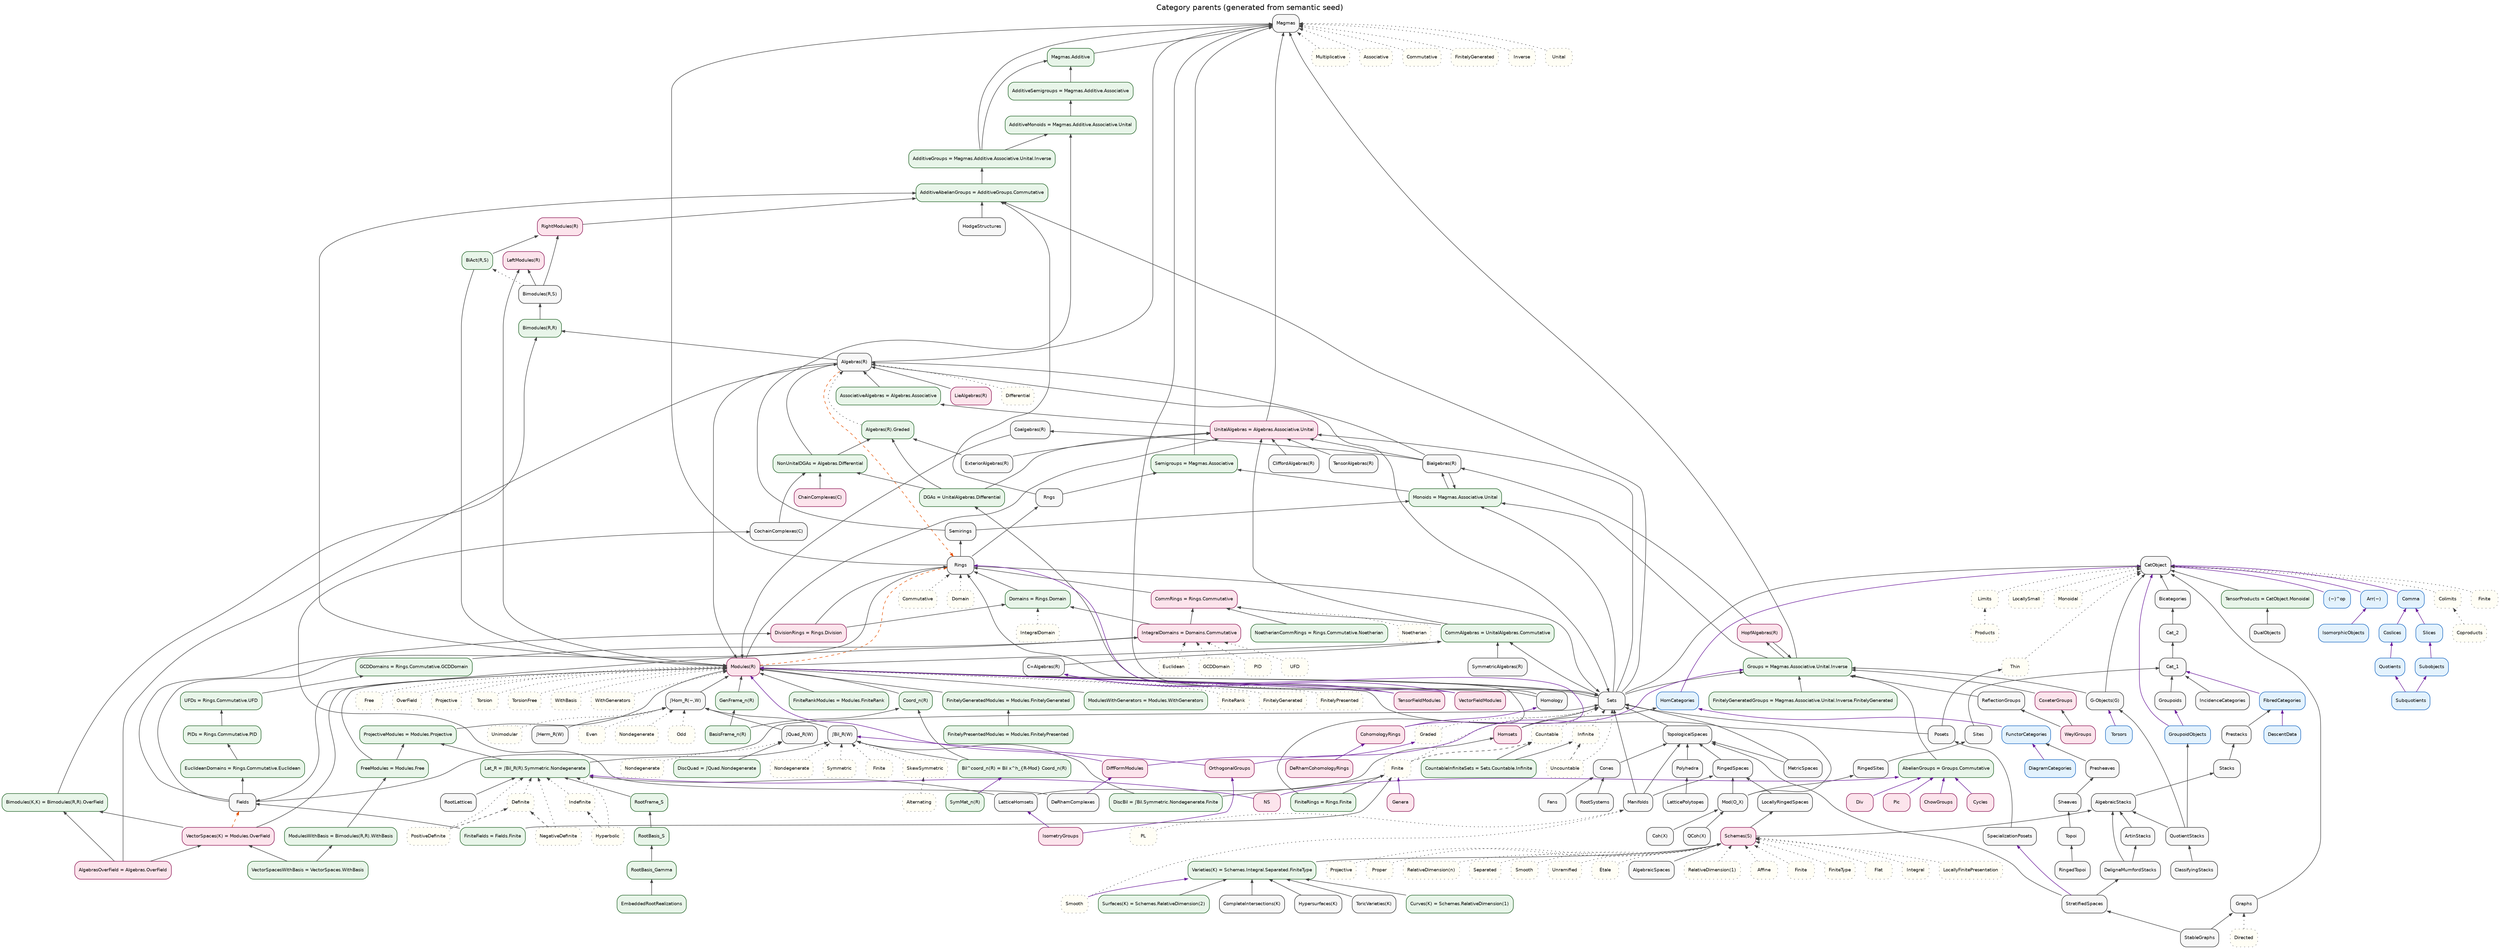
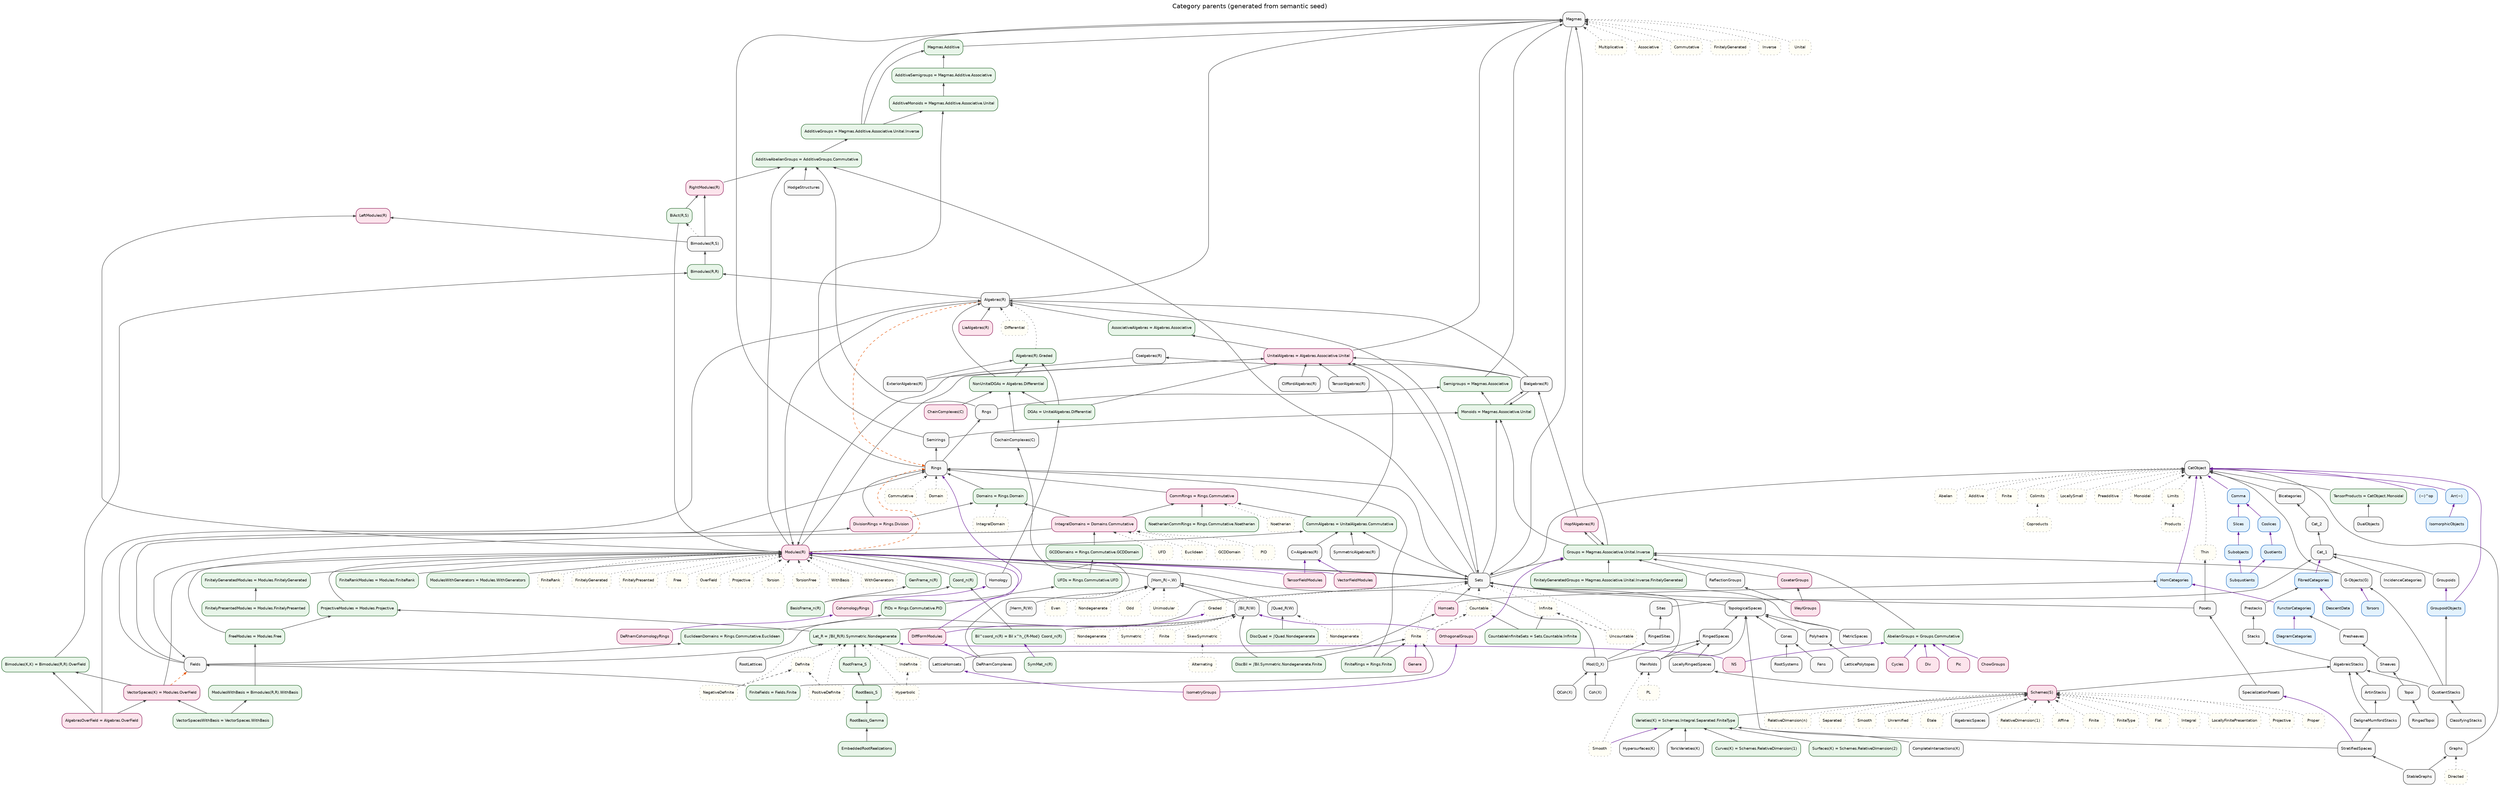
// GENERATED from semantic_seed/ — semantic presentation view.
// Authoritative: design/normalized_category_graph/semantic_seed/
// Factory/viz layout: category_parent_graph.dot (hand; see .hand.dot)

digraph CategoryParents {
  graph [
    rankdir=BT
    labelloc=t
    label="Category parents (generated from semantic seed)"
    fontsize=15
    fontname="Helvetica"
    nodesep=0.28
    ranksep=0.45
    splines=true
  ];
  node [
    shape=box
    style="rounded,filled"
    fontname="Helvetica"
    fontsize=9
    fillcolor="#f7f7f7"
    color="#333333"
  ];
  edge [color="#444444", arrowsize=0.65];

  // --- category_family ---
  AlgebraicSpaces [style="rounded,filled", fillcolor="#f7f7f7", color="#333333", id="cat.algebraicspaces", kind="category_family"];
  AlgebraicStacks [style="rounded,filled", fillcolor="#f7f7f7", color="#333333", id="cat.algebraicstacks", kind="category_family"];
  "Algebras(R)" [style="rounded,filled", fillcolor="#f7f7f7", color="#333333", id="cat.algebras_r", kind="category_family"];
  ArtinStacks [style="rounded,filled", fillcolor="#f7f7f7", color="#333333", id="cat.artinstacks", kind="category_family"];
  "Bialgebras(R)" [style="rounded,filled", fillcolor="#f7f7f7", color="#333333", id="cat.bialgebras_r", kind="category_family"];
  Bicategories [style="rounded,filled", fillcolor="#f7f7f7", color="#333333", id="cat.bicategories", kind="category_family"];
  "Bimodules(R,S)" [style="rounded,filled", fillcolor="#f7f7f7", color="#333333", id="cat.bimodules_r_s", kind="category_family"];
  CatObject [style="rounded,filled", fillcolor="#f7f7f7", color="#333333", id="cat.cat_object", kind="category_family"];
  Cat_1 [style="rounded,filled", fillcolor="#f7f7f7", color="#333333", id="cat.cat_1", kind="category_family"];
  Cat_2 [style="rounded,filled", fillcolor="#f7f7f7", color="#333333", id="cat.cat_2", kind="category_family"];
  "ChainComplexes(C)" [style="rounded,filled", fillcolor="#f7f7f7", color="#333333", id="cat.chaincomplexes", kind="category_family"];
  ClassifyingStacks [style="rounded,filled", fillcolor="#f7f7f7", color="#333333", id="cat.classifyingstacks", kind="category_family"];
  "CliffordAlgebras(R)" [style="rounded,filled", fillcolor="#f7f7f7", color="#333333", id="cat.cliffordalgebras", kind="category_family"];
  "Coalgebras(R)" [style="rounded,filled", fillcolor="#f7f7f7", color="#333333", id="cat.coalgebras_r", kind="category_family"];
  "CochainComplexes(C)" [style="rounded,filled", fillcolor="#f7f7f7", color="#333333", id="cat.cochaincomplexes", kind="category_family"];
  "Coh(X)" [style="rounded,filled", fillcolor="#f7f7f7", color="#333333", id="cat.coh", kind="category_family"];
  "CompleteIntersections(K)" [style="rounded,filled", fillcolor="#f7f7f7", color="#333333", id="cat.completeintersections", kind="category_family"];
  Cones [style="rounded,filled", fillcolor="#f7f7f7", color="#333333", id="cat.cones", kind="category_family"];
  CoxeterGroups [style="rounded,filled", fillcolor="#f7f7f7", color="#333333", id="cat.coxeter_groups", kind="category_family"];
  "C∞Algebras(R)" [style="rounded,filled", fillcolor="#f7f7f7", color="#333333", id="cat.cinftyalgebras", kind="category_family"];
  DeRhamComplexes [style="rounded,filled", fillcolor="#f7f7f7", color="#333333", id="cat.derhamcomplexes", kind="category_family"];
  DeligneMumfordStacks [style="rounded,filled", fillcolor="#f7f7f7", color="#333333", id="cat.delignemumfordstacks", kind="category_family"];
  DualObjects [style="rounded,filled", fillcolor="#f7f7f7", color="#333333", id="cat.dualobjects", kind="category_family"];
  "ExteriorAlgebras(R)" [style="rounded,filled", fillcolor="#f7f7f7", color="#333333", id="cat.exterioralgebras", kind="category_family"];
  Fans [style="rounded,filled", fillcolor="#f7f7f7", color="#333333", id="cat.fans", kind="category_family"];
  Fields [style="rounded,filled", fillcolor="#f7f7f7", color="#333333", id="cat.fields", kind="category_family"];
  "G-Objects(G)" [style="rounded,filled", fillcolor="#f7f7f7", color="#333333", id="cat.g_objects", kind="category_family"];
  Graphs [style="rounded,filled", fillcolor="#f7f7f7", color="#333333", id="cat.graphs", kind="category_family"];
  Groupoids [style="rounded,filled", fillcolor="#f7f7f7", color="#333333", id="cat.groupoids", kind="category_family"];
  HodgeStructures [style="rounded,filled", fillcolor="#f7f7f7", color="#333333", id="cat.hodgestructures", kind="category_family"];
  Homology [style="rounded,filled", fillcolor="#f7f7f7", color="#333333", id="cat.homology", kind="category_family"];
  Homsets [style="rounded,filled", fillcolor="#f7f7f7", color="#333333", id="cat.homsets", kind="category_family"];
  "HopfAlgebras(R)" [style="rounded,filled", fillcolor="#f7f7f7", color="#333333", id="cat.hopf_algebras_r", kind="category_family"];
  "Hypersurfaces(K)" [style="rounded,filled", fillcolor="#f7f7f7", color="#333333", id="cat.hypersurfaces", kind="category_family"];
  IncidenceCategories [style="rounded,filled", fillcolor="#f7f7f7", color="#333333", id="cat.incidencecategories", kind="category_family"];
  LatticeHomsets [style="rounded,filled", fillcolor="#f7f7f7", color="#333333", id="cat.latticehomsets", kind="category_family"];
  LatticePolytopes [style="rounded,filled", fillcolor="#f7f7f7", color="#333333", id="cat.latticepolytopes", kind="category_family"];
  "LieAlgebras(R)" [style="rounded,filled", fillcolor="#f7f7f7", color="#333333", id="cat.lie_algebras_r", kind="category_family"];
  LocallyRingedSpaces [style="rounded,filled", fillcolor="#f7f7f7", color="#333333", id="cat.locallyringedspaces", kind="category_family"];
  Magmas [style="rounded,filled", fillcolor="#f7f7f7", color="#333333", id="cat.magmas", kind="category_family"];
  Manifolds [style="rounded,filled", fillcolor="#f7f7f7", color="#333333", id="cat.manifolds", kind="category_family"];
  MetricSpaces [style="rounded,filled", fillcolor="#f7f7f7", color="#333333", id="cat.metricspaces", kind="category_family"];
  "Mod(O_X)" [style="rounded,filled", fillcolor="#f7f7f7", color="#333333", id="cat.mod", kind="category_family"];
  "Modules(R)" [style="rounded,filled", fillcolor="#f7f7f7", color="#333333", id="cat.modules_r", kind="category_family"];
  Polyhedra [style="rounded,filled", fillcolor="#f7f7f7", color="#333333", id="cat.polyhedra", kind="category_family"];
  Posets [style="rounded,filled", fillcolor="#f7f7f7", color="#333333", id="cat.posets", kind="category_family"];
  Presheaves [style="rounded,filled", fillcolor="#f7f7f7", color="#333333", id="cat.presheaves", kind="category_family"];
  Prestacks [style="rounded,filled", fillcolor="#f7f7f7", color="#333333", id="cat.prestacks", kind="category_family"];
  "QCoh(X)" [style="rounded,filled", fillcolor="#f7f7f7", color="#333333", id="cat.qcoh", kind="category_family"];
  QuotientStacks [style="rounded,filled", fillcolor="#f7f7f7", color="#333333", id="cat.quotientstacks", kind="category_family"];
  ReflectionGroups [style="rounded,filled", fillcolor="#f7f7f7", color="#333333", id="cat.reflectiongroups", kind="category_family"];
  RingedSites [style="rounded,filled", fillcolor="#f7f7f7", color="#333333", id="cat.ringedsites", kind="category_family"];
  RingedSpaces [style="rounded,filled", fillcolor="#f7f7f7", color="#333333", id="cat.ringedspaces", kind="category_family"];
  RingedTopoi [style="rounded,filled", fillcolor="#f7f7f7", color="#333333", id="cat.ringedtopoi", kind="category_family"];
  Rings [style="rounded,filled", fillcolor="#f7f7f7", color="#333333", id="cat.rings", kind="category_family"];
  Rngs [style="rounded,filled", fillcolor="#f7f7f7", color="#333333", id="cat.rngs", kind="category_family"];
  RootLattices [style="rounded,filled", fillcolor="#f7f7f7", color="#333333", id="cat.rootlattices", kind="category_family"];
  RootSystems [style="rounded,filled", fillcolor="#f7f7f7", color="#333333", id="cat.rootsystems", kind="category_family"];
  "Schemes(S)" [style="rounded,filled", fillcolor="#f7f7f7", color="#333333", id="cat.schemes_s", kind="category_family"];
  Semirings [style="rounded,filled", fillcolor="#f7f7f7", color="#333333", id="cat.semirings", kind="category_family"];
  Sets [style="rounded,filled", fillcolor="#f7f7f7", color="#333333", id="cat.sets", kind="category_family"];
  Sheaves [style="rounded,filled", fillcolor="#f7f7f7", color="#333333", id="cat.sheaves", kind="category_family"];
  Sites [style="rounded,filled", fillcolor="#f7f7f7", color="#333333", id="cat.sites", kind="category_family"];
  SpecializationPosets [style="rounded,filled", fillcolor="#f7f7f7", color="#333333", id="cat.specializationposets", kind="category_family"];
  StableGraphs [style="rounded,filled", fillcolor="#f7f7f7", color="#333333", id="cat.stablegraphs", kind="category_family"];
  Stacks [style="rounded,filled", fillcolor="#f7f7f7", color="#333333", id="cat.stacks", kind="category_family"];
  StratifiedSpaces [style="rounded,filled", fillcolor="#f7f7f7", color="#333333", id="cat.stratifiedspaces", kind="category_family"];
  "SymmetricAlgebras(R)" [style="rounded,filled", fillcolor="#f7f7f7", color="#333333", id="cat.symmetricalgebras", kind="category_family"];
  "TensorAlgebras(R)" [style="rounded,filled", fillcolor="#f7f7f7", color="#333333", id="cat.tensoralgebras", kind="category_family"];
  Topoi [style="rounded,filled", fillcolor="#f7f7f7", color="#333333", id="cat.topoi", kind="category_family"];
  TopologicalSpaces [style="rounded,filled", fillcolor="#f7f7f7", color="#333333", id="cat.topologicalspaces", kind="category_family"];
  "ToricVarieties(K)" [style="rounded,filled", fillcolor="#f7f7f7", color="#333333", id="cat.toricvarieties", kind="category_family"];
  WeylGroups [style="rounded,filled", fillcolor="#f7f7f7", color="#333333", id="cat.weyl_groups", kind="category_family"];
  "∫Bil_R(W)" [style="rounded,filled", fillcolor="#f7f7f7", color="#333333", id="cat.int_bil_r", kind="category_family"];
  "∫Herm_R(W)" [style="rounded,filled", fillcolor="#f7f7f7", color="#333333", id="cat.int_herm_r", kind="category_family"];
  "∫Hom_R(−,W)" [style="rounded,filled", fillcolor="#f7f7f7", color="#333333", id="cat.int_hom_r", kind="category_family"];
  "∫Quad_R(W)" [style="rounded,filled", fillcolor="#f7f7f7", color="#333333", id="cat.int_quad_r", kind="category_family"];

  // --- derived_category ---
  "AbelianGroups = Groups.Commutative" [style="rounded,filled", fillcolor="#e8f5e9", color="#1b5e20", id="cat.abelian_groups", kind="derived_category"];
  "AdditiveAbelianGroups = AdditiveGroups.Commutative" [style="rounded,filled", fillcolor="#e8f5e9", color="#1b5e20", id="cat.additive_abelian_groups", kind="derived_category"];
  "AdditiveGroups = Magmas.Additive.Associative.Unital.Inverse" [style="rounded,filled", fillcolor="#e8f5e9", color="#1b5e20", id="cat.additive_groups", kind="derived_category"];
  "AdditiveMonoids = Magmas.Additive.Associative.Unital" [style="rounded,filled", fillcolor="#e8f5e9", color="#1b5e20", id="cat.additive_monoids", kind="derived_category"];
  "AdditiveSemigroups = Magmas.Additive.Associative" [style="rounded,filled", fillcolor="#e8f5e9", color="#1b5e20", id="cat.additive_semigroups", kind="derived_category"];
  "Algebras(R).Graded" [style="rounded,filled", fillcolor="#e8f5e9", color="#1b5e20", id="cat.algebras_r.graded", kind="derived_category"];
  "AlgebrasOverField = Algebras.OverField" [style="rounded,filled", fillcolor="#e8f5e9", color="#1b5e20", id="cat.algebras_over_field", kind="derived_category"];
  "AssociativeAlgebras = Algebras.Associative" [style="rounded,filled", fillcolor="#e8f5e9", color="#1b5e20", id="cat.associativealgebras", kind="derived_category"];
  "BasisFrame_n(R)" [style="rounded,filled", fillcolor="#e8f5e9", color="#1b5e20", id="cat.basisframe_n_r", kind="derived_category"];
  "BiAct(R,S)" [style="rounded,filled", fillcolor="#e8f5e9", color="#1b5e20", id="cat.biact_r_s", kind="derived_category"];
  "Bil^coord_n(R) = Bil x^h_{R-Mod} Coord_n(R)" [style="rounded,filled", fillcolor="#e8f5e9", color="#1b5e20", id="cat.bil_coord_n_r", kind="derived_category"];
  "Bimodules(K,K) = Bimodules(R,R).OverField" [style="rounded,filled", fillcolor="#e8f5e9", color="#1b5e20", id="cat.bimodules_k_k", kind="derived_category"];
  "Bimodules(R,R)" [style="rounded,filled", fillcolor="#e8f5e9", color="#1b5e20", id="cat.bimodules_r_r", kind="derived_category"];
  "CommAlgebras = UnitalAlgebras.Commutative" [style="rounded,filled", fillcolor="#e8f5e9", color="#1b5e20", id="cat.commutative_algebras", kind="derived_category"];
  "CommRings = Rings.Commutative" [style="rounded,filled", fillcolor="#e8f5e9", color="#1b5e20", id="cat.commutative_rings", kind="derived_category"];
  "Coord_n(R)" [style="rounded,filled", fillcolor="#e8f5e9", color="#1b5e20", id="cat.coord_n_r", kind="derived_category"];
  "CountableInfiniteSets = Sets.Countable.Infinite" [style="rounded,filled", fillcolor="#e8f5e9", color="#1b5e20", id="cat.countableinfinitesets", kind="derived_category"];
  "Curves(K) = Schemes.RelativeDimension(1)" [style="rounded,filled", fillcolor="#e8f5e9", color="#1b5e20", id="cat.curves", kind="derived_category"];
  "DGAs = UnitalAlgebras.Differential" [style="rounded,filled", fillcolor="#e8f5e9", color="#1b5e20", id="cat.dgas", kind="derived_category"];
  "DiscBil = ∫Bil.Symmetric.Nondegenerate.Finite" [style="rounded,filled", fillcolor="#e8f5e9", color="#1b5e20", id="cat.discbil", kind="derived_category"];
  "DiscQuad = ∫Quad.Nondegenerate" [style="rounded,filled", fillcolor="#e8f5e9", color="#1b5e20", id="cat.discquad", kind="derived_category"];
  "DivisionRings = Rings.Division" [style="rounded,filled", fillcolor="#e8f5e9", color="#1b5e20", id="cat.division_rings", kind="derived_category"];
  "Domains = Rings.Domain" [style="rounded,filled", fillcolor="#e8f5e9", color="#1b5e20", id="cat.domains", kind="derived_category"];
  EmbeddedRootRealizations [style="rounded,filled", fillcolor="#e8f5e9", color="#1b5e20", id="cat.embeddedrootrealization", kind="derived_category"];
  "EuclideanDomains = Rings.Commutative.Euclidean" [style="rounded,filled", fillcolor="#e8f5e9", color="#1b5e20", id="cat.euclidean_domains", kind="derived_category"];
  "FiniteFields = Fields.Finite" [style="rounded,filled", fillcolor="#e8f5e9", color="#1b5e20", id="cat.finite_fields", kind="derived_category"];
  "FiniteRankModules = Modules.FiniteRank" [style="rounded,filled", fillcolor="#e8f5e9", color="#1b5e20", id="cat.finiterankmodules", kind="derived_category"];
  "FiniteRings = Rings.Finite" [style="rounded,filled", fillcolor="#e8f5e9", color="#1b5e20", id="cat.finite_rings", kind="derived_category"];
  "FinitelyGeneratedGroups = Magmas.Associative.Unital.Inverse.FinitelyGenerated" [style="rounded,filled", fillcolor="#e8f5e9", color="#1b5e20", id="cat.finitelygeneratedgroups", kind="derived_category"];
  "FinitelyGeneratedModules = Modules.FinitelyGenerated" [style="rounded,filled", fillcolor="#e8f5e9", color="#1b5e20", id="cat.finitelygeneratedmodules", kind="derived_category"];
  "FinitelyPresentedModules = Modules.FinitelyPresented" [style="rounded,filled", fillcolor="#e8f5e9", color="#1b5e20", id="cat.finitelypresentedmodules", kind="derived_category"];
  "FreeModules = Modules.Free" [style="rounded,filled", fillcolor="#e8f5e9", color="#1b5e20", id="cat.freemodules", kind="derived_category"];
  "GCDDomains = Rings.Commutative.GCDDomain" [style="rounded,filled", fillcolor="#e8f5e9", color="#1b5e20", id="cat.gcd_domains", kind="derived_category"];
  "GenFrame_n(R)" [style="rounded,filled", fillcolor="#e8f5e9", color="#1b5e20", id="cat.genframe_n_r", kind="derived_category"];
  "Groups = Magmas.Associative.Unital.Inverse" [style="rounded,filled", fillcolor="#e8f5e9", color="#1b5e20", id="cat.groups", kind="derived_category"];
  "IntegralDomains = Domains.Commutative" [style="rounded,filled", fillcolor="#e8f5e9", color="#1b5e20", id="cat.integral_domains", kind="derived_category"];
  "Lat_R = ∫Bil_R(R).Symmetric.Nondegenerate" [style="rounded,filled", fillcolor="#e8f5e9", color="#1b5e20", id="cat.lat_r", kind="derived_category"];
  "Magmas.Additive" [style="rounded,filled", fillcolor="#e8f5e9", color="#1b5e20", id="cat.additive_magmas", kind="derived_category"];
  "ModulesWithBasis = Bimodules(R,R).WithBasis" [style="rounded,filled", fillcolor="#e8f5e9", color="#1b5e20", id="cat.modules_with_basis", kind="derived_category"];
  "ModulesWithGenerators = Modules.WithGenerators" [style="rounded,filled", fillcolor="#e8f5e9", color="#1b5e20", id="cat.moduleswithgenerators", kind="derived_category"];
  "Monoids = Magmas.Associative.Unital" [style="rounded,filled", fillcolor="#e8f5e9", color="#1b5e20", id="cat.monoids", kind="derived_category"];
  "NoetherianCommRings = Rings.Commutative.Noetherian" [style="rounded,filled", fillcolor="#e8f5e9", color="#1b5e20", id="cat.noetheriancommrings", kind="derived_category"];
  "NonUnitalDGAs = Algebras.Differential" [style="rounded,filled", fillcolor="#e8f5e9", color="#1b5e20", id="cat.nonunitaldgas", kind="derived_category"];
  "PIDs = Rings.Commutative.PID" [style="rounded,filled", fillcolor="#e8f5e9", color="#1b5e20", id="cat.pids", kind="derived_category"];
  "ProjectiveModules = Modules.Projective" [style="rounded,filled", fillcolor="#e8f5e9", color="#1b5e20", id="cat.projectivemodules", kind="derived_category"];
  "RightModules(R)" [style="rounded,filled", fillcolor="#e8f5e9", color="#1b5e20", id="cat.right_modules_r", kind="derived_category"];
  RootBasis_Gamma [style="rounded,filled", fillcolor="#e8f5e9", color="#1b5e20", id="cat.rootbasis_gamma", kind="derived_category"];
  RootBasis_S [style="rounded,filled", fillcolor="#e8f5e9", color="#1b5e20", id="cat.rootbasis_s", kind="derived_category"];
  RootFrame_S [style="rounded,filled", fillcolor="#e8f5e9", color="#1b5e20", id="cat.rootframe_s", kind="derived_category"];
  "Semigroups = Magmas.Associative" [style="rounded,filled", fillcolor="#e8f5e9", color="#1b5e20", id="cat.semigroups", kind="derived_category"];
  "Surfaces(K) = Schemes.RelativeDimension(2)" [style="rounded,filled", fillcolor="#e8f5e9", color="#1b5e20", id="cat.surfaces", kind="derived_category"];
  "SymMat_n(R)" [style="rounded,filled", fillcolor="#e8f5e9", color="#1b5e20", id="cat.symmat_n_r", kind="derived_category"];
  "TensorProducts = CatObject.Monoidal" [style="rounded,filled", fillcolor="#e8f5e9", color="#1b5e20", id="cat.tensorproducts", kind="derived_category"];
  "UFDs = Rings.Commutative.UFD" [style="rounded,filled", fillcolor="#e8f5e9", color="#1b5e20", id="cat.ufds", kind="derived_category"];
  "UnitalAlgebras = Algebras.Associative.Unital" [style="rounded,filled", fillcolor="#e8f5e9", color="#1b5e20", id="cat.unital_algebras", kind="derived_category"];
  "Varieties(K) = Schemes.Integral.Separated.FiniteType" [style="rounded,filled", fillcolor="#e8f5e9", color="#1b5e20", id="cat.varieties", kind="derived_category"];
  "VectorSpaces(K) = Modules.OverField" [style="rounded,filled", fillcolor="#e8f5e9", color="#1b5e20", id="cat.vector_spaces_k", kind="derived_category"];
  "VectorSpacesWithBasis = VectorSpaces.WithBasis" [style="rounded,filled", fillcolor="#e8f5e9", color="#1b5e20", id="cat.vectorspaceswithbasis", kind="derived_category"];

  // --- category_constructor ---
  "(−)^op" [style="rounded,filled", fillcolor="#e3f2fd", color="#1565c0", id="ctor.op", kind="category_constructor"];
  "Arr(−)" [style="rounded,filled", fillcolor="#e3f2fd", color="#1565c0", id="ctor.arr", kind="category_constructor"];
  Comma [style="rounded,filled", fillcolor="#e3f2fd", color="#1565c0", id="ctor.comma", kind="category_constructor"];
  Coslices [style="rounded,filled", fillcolor="#e3f2fd", color="#1565c0", id="ctor.coslices", kind="category_constructor"];
  DescentData [style="rounded,filled", fillcolor="#e3f2fd", color="#1565c0", id="ctor.descentdata", kind="category_constructor"];
  DiagramCategories [style="rounded,filled", fillcolor="#e3f2fd", color="#1565c0", id="ctor.diagramcategories", kind="category_constructor"];
  FibredCategories [style="rounded,filled", fillcolor="#e3f2fd", color="#1565c0", id="ctor.fibredcategories", kind="category_constructor"];
  FunctorCategories [style="rounded,filled", fillcolor="#e3f2fd", color="#1565c0", id="ctor.functorcategories", kind="category_constructor"];
  GroupoidObjects [style="rounded,filled", fillcolor="#e3f2fd", color="#1565c0", id="ctor.groupoidobjects", kind="category_constructor"];
  HomCategories [style="rounded,filled", fillcolor="#e3f2fd", color="#1565c0", id="ctor.homcategories", kind="category_constructor"];
  IsomorphicObjects [style="rounded,filled", fillcolor="#e3f2fd", color="#1565c0", id="ctor.isomorphicobjects", kind="category_constructor"];
  Quotients [style="rounded,filled", fillcolor="#e3f2fd", color="#1565c0", id="ctor.quotients", kind="category_constructor"];
  Slices [style="rounded,filled", fillcolor="#e3f2fd", color="#1565c0", id="ctor.slices", kind="category_constructor"];
  Subobjects [style="rounded,filled", fillcolor="#e3f2fd", color="#1565c0", id="ctor.subobjects", kind="category_constructor"];
  Subquotients [style="rounded,filled", fillcolor="#e3f2fd", color="#1565c0", id="ctor.subquotients", kind="category_constructor"];
  Torsors [style="rounded,filled", fillcolor="#e3f2fd", color="#1565c0", id="ctor.torsors", kind="category_constructor"];

  // --- classifier_domain ---
+   "CatObject.Abelian" [style="rounded,filled,dotted", fillcolor="#fffef5", color="#888888", id="clf.catobject_abelian", kind="classifier_domain", label="Abelian"];
+   "CatObject.Additive" [style="rounded,filled,dotted", fillcolor="#fffef5", color="#888888", id="clf.catobject_additive", kind="classifier_domain", label="Additive"];
  "CatObject.Colimits" [style="rounded,filled,dotted", fillcolor="#fffef5", color="#888888", id="clf.catobject_colimits", kind="classifier_domain", label="Colimits"];
  "CatObject.Coproducts" [style="rounded,filled,dotted", fillcolor="#fffef5", color="#888888", id="clf.catobject_coproducts", kind="classifier_domain", label="Coproducts"];
  "CatObject.Finite" [style="rounded,filled,dotted", fillcolor="#fffef5", color="#888888", id="clf.catobject_finite", kind="classifier_domain", label="Finite"];
  "CatObject.Limits" [style="rounded,filled,dotted", fillcolor="#fffef5", color="#888888", id="clf.catobject_limits", kind="classifier_domain", label="Limits"];
  "CatObject.LocallySmall" [style="rounded,filled,dotted", fillcolor="#fffef5", color="#888888", id="clf.catobject_locallysmall", kind="classifier_domain", label="LocallySmall"];
+   "CatObject.Preadditive" [style="rounded,filled,dotted", fillcolor="#fffef5", color="#888888", id="clf.catobject_preadditive", kind="classifier_domain", label="Preadditive"];
  "CatObject.Products" [style="rounded,filled,dotted", fillcolor="#fffef5", color="#888888", id="clf.catobject_products", kind="classifier_domain", label="Products"];
  "CatObject.Thin" [style="rounded,filled,dotted", fillcolor="#fffef5", color="#888888", id="clf.catobject_thin", kind="classifier_domain", label="Thin"];
  "Graphs.Directed" [style="rounded,filled,dotted", fillcolor="#fffef5", color="#888888", id="clf.graphs_directed", kind="classifier_domain", label="Directed"];
  "Lat.Definite" [style="rounded,filled,dotted", fillcolor="#fffef5", color="#888888", id="clf.lat_definite", kind="classifier_domain", label="Definite"];
  "Lat.Hyperbolic" [style="rounded,filled,dotted", fillcolor="#fffef5", color="#888888", id="clf.lat_hyperbolic", kind="classifier_domain", label="Hyperbolic"];
  "Lat.Indefinite" [style="rounded,filled,dotted", fillcolor="#fffef5", color="#888888", id="clf.lat_indefinite", kind="classifier_domain", label="Indefinite"];
  "Lat.NegativeDefinite" [style="rounded,filled,dotted", fillcolor="#fffef5", color="#888888", id="clf.lat_negativedefinite", kind="classifier_domain", label="NegativeDefinite"];
  "Lat.PositiveDefinite" [style="rounded,filled,dotted", fillcolor="#fffef5", color="#888888", id="clf.lat_positivedefinite", kind="classifier_domain", label="PositiveDefinite"];
  "Magmas.Multiplicative" [style="rounded,filled,dotted", fillcolor="#fffef5", color="#888888", id="clf.magmas_multiplicative", kind="classifier_domain", label="Multiplicative"];
  "Manifolds.PL" [style="rounded,filled,dotted", fillcolor="#fffef5", color="#888888", id="clf.manifolds_pl", kind="classifier_domain", label="PL"];
  "Manifolds.Smooth" [style="rounded,filled,dotted", fillcolor="#fffef5", color="#888888", id="clf.manifolds_smooth", kind="classifier_domain", label="Smooth"];
  "Modules.FiniteRank" [style="rounded,filled,dotted", fillcolor="#fffef5", color="#888888", id="clf.modules_finiterank", kind="classifier_domain", label="FiniteRank"];
  "Modules.FinitelyGenerated" [style="rounded,filled,dotted", fillcolor="#fffef5", color="#888888", id="clf.modules_finitelygenerated", kind="classifier_domain", label="FinitelyGenerated"];
  "Modules.FinitelyPresented" [style="rounded,filled,dotted", fillcolor="#fffef5", color="#888888", id="clf.modules_finitelypresented", kind="classifier_domain", label="FinitelyPresented"];
  "Modules.Free" [style="rounded,filled,dotted", fillcolor="#fffef5", color="#888888", id="clf.modules_free", kind="classifier_domain", label="Free"];
  "Modules.OverField" [style="rounded,filled,dotted", fillcolor="#fffef5", color="#888888", id="clf.modules.over_field.domain", kind="classifier_domain", label="OverField"];
  "Modules.Projective" [style="rounded,filled,dotted", fillcolor="#fffef5", color="#888888", id="clf.modules_projective", kind="classifier_domain", label="Projective"];
  "Modules.Torsion" [style="rounded,filled,dotted", fillcolor="#fffef5", color="#888888", id="clf.modules_torsion", kind="classifier_domain", label="Torsion"];
  "Modules.TorsionFree" [style="rounded,filled,dotted", fillcolor="#fffef5", color="#888888", id="clf.modules_torsionfree", kind="classifier_domain", label="TorsionFree"];
  "Modules.WithBasis" [style="rounded,filled,dotted", fillcolor="#fffef5", color="#888888", id="clf.modules.with_basis.domain", kind="classifier_domain", label="WithBasis"];
  "Modules.WithGenerators" [style="rounded,filled,dotted", fillcolor="#fffef5", color="#888888", id="clf.modules_withgenerators", kind="classifier_domain", label="WithGenerators"];
  "Rings.Commutative" [style="rounded,filled,dotted", fillcolor="#fffef5", color="#888888", id="clf.rings.commutative.domain", kind="classifier_domain", label="Commutative"];
  "Schemes(S).RelativeDimension(1)" [style="rounded,filled,dotted", fillcolor="#fffef5", color="#888888", id="clf.schemes_s.relativedimension.domain", kind="classifier_domain", label="RelativeDimension(1)"];
  "Schemes.Affine" [style="rounded,filled,dotted", fillcolor="#fffef5", color="#888888", id="clf.schemes_affine", kind="classifier_domain", label="Affine"];
  "Schemes.Finite" [style="rounded,filled,dotted", fillcolor="#fffef5", color="#888888", id="clf.schemes_finite", kind="classifier_domain", label="Finite"];
  "Schemes.FiniteType" [style="rounded,filled,dotted", fillcolor="#fffef5", color="#888888", id="clf.schemes_finitetype", kind="classifier_domain", label="FiniteType"];
  "Schemes.Flat" [style="rounded,filled,dotted", fillcolor="#fffef5", color="#888888", id="clf.schemes_flat", kind="classifier_domain", label="Flat"];
  "Schemes.Integral" [style="rounded,filled,dotted", fillcolor="#fffef5", color="#888888", id="clf.schemes_integral", kind="classifier_domain", label="Integral"];
  "Schemes.LocallyFinitePresentation" [style="rounded,filled,dotted", fillcolor="#fffef5", color="#888888", id="clf.schemes_locallyfinitepresentation", kind="classifier_domain", label="LocallyFinitePresentation"];
  "Schemes.Projective" [style="rounded,filled,dotted", fillcolor="#fffef5", color="#888888", id="clf.schemes_projective", kind="classifier_domain", label="Projective"];
  "Schemes.Proper" [style="rounded,filled,dotted", fillcolor="#fffef5", color="#888888", id="clf.schemes_proper", kind="classifier_domain", label="Proper"];
  "Schemes.RelativeDimension(n)" [style="rounded,filled,dotted", fillcolor="#fffef5", color="#888888", id="clf.schemes_relativedimension", kind="classifier_domain", label="RelativeDimension(n)"];
  "Schemes.Separated" [style="rounded,filled,dotted", fillcolor="#fffef5", color="#888888", id="clf.schemes_separated", kind="classifier_domain", label="Separated"];
  "Schemes.Smooth" [style="rounded,filled,dotted", fillcolor="#fffef5", color="#888888", id="clf.schemes_smooth", kind="classifier_domain", label="Smooth"];
  "Schemes.Unramified" [style="rounded,filled,dotted", fillcolor="#fffef5", color="#888888", id="clf.schemes_unramified", kind="classifier_domain", label="Unramified"];
  "Schemes.Étale" [style="rounded,filled,dotted", fillcolor="#fffef5", color="#888888", id="clf.schemes_etale", kind="classifier_domain", label="Étale"];
  "Sets.Countable" [style="rounded,filled,dotted", fillcolor="#fffef5", color="#888888", id="clf.sets_countable", kind="classifier_domain", label="Countable"];
  "Sets.Finite" [style="rounded,filled,dotted", fillcolor="#fffef5", color="#888888", id="clf.sets.finite.domain", kind="classifier_domain", label="Finite"];
  "Sets.Graded" [style="rounded,filled,dotted", fillcolor="#fffef5", color="#888888", id="clf.sets.graded.domain", kind="classifier_domain", label="Graded"];
  "Sets.Infinite" [style="rounded,filled,dotted", fillcolor="#fffef5", color="#888888", id="clf.sets_infinite", kind="classifier_domain", label="Infinite"];
  "Sets.Uncountable" [style="rounded,filled,dotted", fillcolor="#fffef5", color="#888888", id="clf.sets_uncountable", kind="classifier_domain", label="Uncountable"];
  "ax.Associative" [style="rounded,filled,dotted", fillcolor="#fffef5", color="#888888", id="clf.ax_associative", kind="classifier_domain", label="Associative"];
  "ax.Commutative" [style="rounded,filled,dotted", fillcolor="#fffef5", color="#888888", id="clf.ax_commutative", kind="classifier_domain", label="Commutative"];
  "ax.Differential" [style="rounded,filled,dotted", fillcolor="#fffef5", color="#888888", id="clf.ax_differential", kind="classifier_domain", label="Differential"];
  "ax.Domain" [style="rounded,filled,dotted", fillcolor="#fffef5", color="#888888", id="clf.ax_domain", kind="classifier_domain", label="Domain"];
  "ax.Euclidean" [style="rounded,filled,dotted", fillcolor="#fffef5", color="#888888", id="clf.ax_euclidean", kind="classifier_domain", label="Euclidean"];
  "ax.FinitelyGenerated" [style="rounded,filled,dotted", fillcolor="#fffef5", color="#888888", id="clf.ax_finitelygenerated", kind="classifier_domain", label="FinitelyGenerated"];
  "ax.GCDDomain" [style="rounded,filled,dotted", fillcolor="#fffef5", color="#888888", id="clf.ax_gcddomain", kind="classifier_domain", label="GCDDomain"];
  "ax.IntegralDomain" [style="rounded,filled,dotted", fillcolor="#fffef5", color="#888888", id="clf.ax_integraldomain", kind="classifier_domain", label="IntegralDomain"];
  "ax.Inverse" [style="rounded,filled,dotted", fillcolor="#fffef5", color="#888888", id="clf.ax_inverse", kind="classifier_domain", label="Inverse"];
  "ax.Monoidal" [style="rounded,filled,dotted", fillcolor="#fffef5", color="#888888", id="clf.ax_monoidal", kind="classifier_domain", label="Monoidal"];
  "ax.Noetherian" [style="rounded,filled,dotted", fillcolor="#fffef5", color="#888888", id="clf.ax_noetherian", kind="classifier_domain", label="Noetherian"];
  "ax.PID" [style="rounded,filled,dotted", fillcolor="#fffef5", color="#888888", id="clf.ax_pid", kind="classifier_domain", label="PID"];
  "ax.UFD" [style="rounded,filled,dotted", fillcolor="#fffef5", color="#888888", id="clf.ax_ufd", kind="classifier_domain", label="UFD"];
  "ax.Unital" [style="rounded,filled,dotted", fillcolor="#fffef5", color="#888888", id="clf.ax_unital", kind="classifier_domain", label="Unital"];
  "∫Bil.Alternating" [style="rounded,filled,dotted", fillcolor="#fffef5", color="#888888", id="clf.int_bil_alternating", kind="classifier_domain", label="Alternating"];
  "∫Bil.SkewSymmetric" [style="rounded,filled,dotted", fillcolor="#fffef5", color="#888888", id="clf.int_bil_skewsymmetric", kind="classifier_domain", label="SkewSymmetric"];
  "∫Bil.Symmetric" [style="rounded,filled,dotted", fillcolor="#fffef5", color="#888888", id="clf.int_bil_symmetric", kind="classifier_domain", label="Symmetric"];
  "∫Bil_R(W).Finite" [style="rounded,filled,dotted", fillcolor="#fffef5", color="#888888", id="clf.int_bil_r.finite.domain", kind="classifier_domain", label="Finite"];
  "∫Bil_R(W).Nondegenerate" [style="rounded,filled,dotted", fillcolor="#fffef5", color="#888888", id="clf.int_bil_r.nondegenerate.domain", kind="classifier_domain", label="Nondegenerate"];
  "∫Hom.Even" [style="rounded,filled,dotted", fillcolor="#fffef5", color="#888888", id="clf.int_hom_even", kind="classifier_domain", label="Even"];
  "∫Hom.Nondegenerate" [style="rounded,filled,dotted", fillcolor="#fffef5", color="#888888", id="clf.int_hom_nondegenerate", kind="classifier_domain", label="Nondegenerate"];
  "∫Hom.Odd" [style="rounded,filled,dotted", fillcolor="#fffef5", color="#888888", id="clf.int_hom_odd", kind="classifier_domain", label="Odd"];
  "∫Hom.Unimodular" [style="rounded,filled,dotted", fillcolor="#fffef5", color="#888888", id="clf.int_hom_unimodular", kind="classifier_domain", label="Unimodular"];
  "∫Quad_R(W).Nondegenerate" [style="rounded,filled,dotted", fillcolor="#fffef5", color="#888888", id="clf.int_quad_r.nondegenerate.domain", kind="classifier_domain", label="Nondegenerate"];

  // --- alias ---
  "AlgebrasOverField = Algebras.OverField" [style="rounded,filled", fillcolor="#fce4ec", color="#880e4f", id="cat.associativeunitalalgebras_k", kind="alias"];
  "ChainComplexes(C)" [style="rounded,filled", fillcolor="#fce4ec", color="#880e4f", id="cat.chaincomplexes_c", kind="alias"];
  ChowGroups [style="rounded,filled", fillcolor="#fce4ec", color="#880e4f", id="val.chowgroups", kind="alias"];
  CohomologyRings [style="rounded,filled", fillcolor="#fce4ec", color="#880e4f", id="val.cohomologyrings", kind="alias"];
  "CommRings = Rings.Commutative" [style="rounded,filled", fillcolor="#fce4ec", color="#880e4f", id="cat.commutativerings", kind="alias"];
  CoxeterGroups [style="rounded,filled", fillcolor="#fce4ec", color="#880e4f", id="cat.coxetergroups", kind="alias"];
  Cycles [style="rounded,filled", fillcolor="#fce4ec", color="#880e4f", id="val.cycles", kind="alias"];
  DeRhamCohomologyRings [style="rounded,filled", fillcolor="#fce4ec", color="#880e4f", id="val.derhamcohomologyrings", kind="alias"];
  DiffFormModules [style="rounded,filled", fillcolor="#fce4ec", color="#880e4f", id="val.diffformmodules", kind="alias"];
  Div [style="rounded,filled", fillcolor="#fce4ec", color="#880e4f", id="val.div", kind="alias"];
  "DivisionRings = Rings.Division" [style="rounded,filled", fillcolor="#fce4ec", color="#880e4f", id="cat.divisionrings", kind="alias"];
  Genera [style="rounded,filled", fillcolor="#fce4ec", color="#880e4f", id="val.genera", kind="alias"];
  Homsets [style="rounded,filled", fillcolor="#fce4ec", color="#880e4f", id="cat.homsets_c", kind="alias"];
  "HopfAlgebras(R)" [style="rounded,filled", fillcolor="#fce4ec", color="#880e4f", id="cat.hopfalgebras_r", kind="alias"];
  "IntegralDomains = Domains.Commutative" [style="rounded,filled", fillcolor="#fce4ec", color="#880e4f", id="cat.integraldomains", kind="alias"];
  IsometryGroups [style="rounded,filled", fillcolor="#fce4ec", color="#880e4f", id="val.isometrygroups", kind="alias"];
  "LeftModules(R)" [style="rounded,filled", fillcolor="#fce4ec", color="#880e4f", id="cat.left_modules_r", kind="alias"];
  "LieAlgebras(R)" [style="rounded,filled", fillcolor="#fce4ec", color="#880e4f", id="cat.liealgebras_r", kind="alias"];
  "Modules(R)" [style="rounded,filled", fillcolor="#fce4ec", color="#880e4f", id="cat.modules_a", kind="alias"];
  NS [style="rounded,filled", fillcolor="#fce4ec", color="#880e4f", id="val.ns", kind="alias"];
  OrthogonalGroups [style="rounded,filled", fillcolor="#fce4ec", color="#880e4f", id="val.orthogonal_groups", kind="alias"];
  Pic [style="rounded,filled", fillcolor="#fce4ec", color="#880e4f", id="val.pic", kind="alias"];
  "RightModules(R)" [style="rounded,filled", fillcolor="#fce4ec", color="#880e4f", id="cat.modules_rop", kind="alias"];
  "Schemes(S)" [style="rounded,filled", fillcolor="#fce4ec", color="#880e4f", id="cat.schemes_k", kind="alias"];
  TensorFieldModules [style="rounded,filled", fillcolor="#fce4ec", color="#880e4f", id="val.tensorfieldmodules", kind="alias"];
  "UnitalAlgebras = Algebras.Associative.Unital" [style="rounded,filled", fillcolor="#fce4ec", color="#880e4f", id="cat.associativeunitalalgebras_r", kind="alias"];
  VectorFieldModules [style="rounded,filled", fillcolor="#fce4ec", color="#880e4f", id="val.vectorfieldmodules", kind="alias"];
  "VectorSpaces(K) = Modules.OverField" [style="rounded,filled", fillcolor="#fce4ec", color="#880e4f", id="cat.modules_k", kind="alias"];
  WeylGroups [style="rounded,filled", fillcolor="#fce4ec", color="#880e4f", id="cat.weylgroups", kind="alias"];

  // --- preferred arrows ---
  "LeftModules(R)" -> "Modules(R)" [dir=both, kind="equivalence", id="arr.alias.left_modules"];
  "Algebras(R).Graded" -> "Algebras(R)" [style=dotted, kind="classifier_leg", id="arr.clf.algebras_r.graded"];
  "ax.Associative" -> Magmas [style=dotted, kind="classifier_leg", id="arr.clf.ax_associative"];
  "ax.Commutative" -> Magmas [style=dotted, kind="classifier_leg", id="arr.clf.ax_commutative"];
  "ax.Differential" -> "Algebras(R)" [style=dotted, kind="classifier_leg", id="arr.clf.ax_differential"];
  "ax.Domain" -> Rings [style=dotted, kind="classifier_leg", id="arr.clf.ax_domain"];
  "ax.Euclidean" -> "IntegralDomains = Domains.Commutative" [style=dotted, kind="classifier_leg", id="arr.clf.ax_euclidean"];
  "ax.FinitelyGenerated" -> Magmas [style=dotted, kind="classifier_leg", id="arr.clf.ax_finitelygenerated"];
  "ax.GCDDomain" -> "IntegralDomains = Domains.Commutative" [style=dotted, kind="classifier_leg", id="arr.clf.ax_gcddomain"];
  "ax.IntegralDomain" -> "Domains = Rings.Domain" [style=dotted, kind="classifier_leg", id="arr.clf.ax_integraldomain"];
  "ax.Inverse" -> Magmas [style=dotted, kind="classifier_leg", id="arr.clf.ax_inverse"];
  "ax.Monoidal" -> CatObject [style=dotted, kind="classifier_leg", id="arr.clf.ax_monoidal"];
  "ax.Noetherian" -> "CommRings = Rings.Commutative" [style=dotted, kind="classifier_leg", id="arr.clf.ax_noetherian"];
  "ax.PID" -> "IntegralDomains = Domains.Commutative" [style=dotted, kind="classifier_leg", id="arr.clf.ax_pid"];
  "ax.UFD" -> "IntegralDomains = Domains.Commutative" [style=dotted, kind="classifier_leg", id="arr.clf.ax_ufd"];
  "ax.Unital" -> Magmas [style=dotted, kind="classifier_leg", id="arr.clf.ax_unital"];
  "CatObject.Colimits" -> CatObject [style=dotted, kind="classifier_leg", id="arr.clf.catobject_colimits"];
  "CatObject.Coproducts" -> "CatObject.Colimits" [style=dotted, kind="classifier_leg", id="arr.clf.catobject_coproducts"];
  "CatObject.Finite" -> CatObject [style=dotted, kind="classifier_leg", id="arr.clf.catobject_finite"];
  "CatObject.Limits" -> CatObject [style=dotted, kind="classifier_leg", id="arr.clf.catobject_limits"];
  "CatObject.LocallySmall" -> CatObject [style=dotted, kind="classifier_leg", id="arr.clf.catobject_locallysmall"];
  "CatObject.Products" -> "CatObject.Limits" [style=dotted, kind="classifier_leg", id="arr.clf.catobject_products"];
  "CatObject.Thin" -> CatObject [style=dotted, kind="classifier_leg", id="arr.clf.catobject_thin"];
  "Graphs.Directed" -> Graphs [style=dotted, kind="classifier_leg", id="arr.clf.graphs_directed"];
  "∫Bil.Alternating" -> "∫Bil.SkewSymmetric" [style=dotted, kind="classifier_leg", id="arr.clf.int_bil_alternating"];
  "∫Bil_R(W).Finite" -> "∫Bil_R(W)" [style=dotted, kind="classifier_leg", id="arr.clf.int_bil_r_finite"];
  "∫Bil_R(W).Nondegenerate" -> "∫Bil_R(W)" [style=dotted, kind="classifier_leg", id="arr.clf.int_bil_r_nondegenerate"];
  "∫Bil.SkewSymmetric" -> "∫Bil_R(W)" [style=dotted, kind="classifier_leg", id="arr.clf.int_bil_skewsymmetric"];
  "∫Bil.Symmetric" -> "∫Bil_R(W)" [style=dotted, kind="classifier_leg", id="arr.clf.int_bil_symmetric"];
  "∫Hom.Even" -> "∫Hom_R(−,W)" [style=dotted, kind="classifier_leg", id="arr.clf.int_hom_even"];
  "∫Hom.Nondegenerate" -> "∫Hom_R(−,W)" [style=dotted, kind="classifier_leg", id="arr.clf.int_hom_nondegenerate"];
  "∫Hom.Odd" -> "∫Hom_R(−,W)" [style=dotted, kind="classifier_leg", id="arr.clf.int_hom_odd"];
  "∫Hom.Unimodular" -> "∫Hom_R(−,W)" [style=dotted, kind="classifier_leg", id="arr.clf.int_hom_unimodular"];
  "∫Quad_R(W).Nondegenerate" -> "∫Quad_R(W)" [style=dotted, kind="classifier_leg", id="arr.clf.int_quad_r_nondegenerate"];
  "Lat.Definite" -> "Lat_R = ∫Bil_R(R).Symmetric.Nondegenerate" [style=dotted, kind="classifier_leg", id="arr.clf.lat_definite"];
  "Lat.Hyperbolic" -> "Lat_R = ∫Bil_R(R).Symmetric.Nondegenerate" [style=dotted, kind="classifier_leg", id="arr.clf.lat_hyperbolic"];
  "Lat.Indefinite" -> "Lat_R = ∫Bil_R(R).Symmetric.Nondegenerate" [style=dotted, kind="classifier_leg", id="arr.clf.lat_indefinite"];
  "Lat.NegativeDefinite" -> "Lat_R = ∫Bil_R(R).Symmetric.Nondegenerate" [style=dotted, kind="classifier_leg", id="arr.clf.lat_negativedefinite"];
  "Lat.PositiveDefinite" -> "Lat_R = ∫Bil_R(R).Symmetric.Nondegenerate" [style=dotted, kind="classifier_leg", id="arr.clf.lat_positivedefinite"];
  "Magmas.Multiplicative" -> Magmas [style=dotted, kind="classifier_leg", id="arr.clf.magmas_multiplicative"];
  "Manifolds.PL" -> Manifolds [style=dotted, kind="classifier_leg", id="arr.clf.manifolds_pl"];
  "Manifolds.Smooth" -> Manifolds [style=dotted, kind="classifier_leg", id="arr.clf.manifolds_smooth"];
  "Modules.OverField" -> "Modules(R)" [style=dotted, kind="classifier_leg", id="arr.clf.modules.over_field"];
  "Modules.WithBasis" -> "Modules(R)" [style=dotted, kind="classifier_leg", id="arr.clf.modules.with_basis"];
  "Modules.FinitelyGenerated" -> "Modules(R)" [style=dotted, kind="classifier_leg", id="arr.clf.modules_finitelygenerated"];
  "Modules.FinitelyPresented" -> "Modules(R)" [style=dotted, kind="classifier_leg", id="arr.clf.modules_finitelypresented"];
  "Modules.FiniteRank" -> "Modules(R)" [style=dotted, kind="classifier_leg", id="arr.clf.modules_finiterank"];
  "Modules.Free" -> "Modules(R)" [style=dotted, kind="classifier_leg", id="arr.clf.modules_free"];
  "Modules.Projective" -> "Modules(R)" [style=dotted, kind="classifier_leg", id="arr.clf.modules_projective"];
  "Modules.Torsion" -> "Modules(R)" [style=dotted, kind="classifier_leg", id="arr.clf.modules_torsion"];
  "Modules.TorsionFree" -> "Modules(R)" [style=dotted, kind="classifier_leg", id="arr.clf.modules_torsionfree"];
  "Modules.WithGenerators" -> "Modules(R)" [style=dotted, kind="classifier_leg", id="arr.clf.modules_withgenerators"];
  "Rings.Commutative" -> Rings [style=dotted, kind="classifier_leg", id="arr.clf.rings_commutative"];
  "Schemes.Affine" -> "Schemes(S)" [style=dotted, kind="classifier_leg", id="arr.clf.schemes_affine"];
  "Schemes.Étale" -> "Schemes(S)" [style=dotted, kind="classifier_leg", id="arr.clf.schemes_etale"];
  "Schemes.Finite" -> "Schemes(S)" [style=dotted, kind="classifier_leg", id="arr.clf.schemes_finite"];
  "Schemes.FiniteType" -> "Schemes(S)" [style=dotted, kind="classifier_leg", id="arr.clf.schemes_finitetype"];
  "Schemes.Flat" -> "Schemes(S)" [style=dotted, kind="classifier_leg", id="arr.clf.schemes_flat"];
  "Schemes.Integral" -> "Schemes(S)" [style=dotted, kind="classifier_leg", id="arr.clf.schemes_integral"];
  "Schemes.LocallyFinitePresentation" -> "Schemes(S)" [style=dotted, kind="classifier_leg", id="arr.clf.schemes_locallyfinitepresentation"];
  "Schemes.Projective" -> "Schemes(S)" [style=dotted, kind="classifier_leg", id="arr.clf.schemes_projective"];
  "Schemes.Proper" -> "Schemes(S)" [style=dotted, kind="classifier_leg", id="arr.clf.schemes_proper"];
  "Schemes.RelativeDimension(n)" -> "Schemes(S)" [style=dotted, kind="classifier_leg", id="arr.clf.schemes_relativedimension"];
  "Schemes(S).RelativeDimension(1)" -> "Schemes(S)" [style=dotted, kind="classifier_leg", id="arr.clf.schemes_s_relativedimension"];
  "Schemes.Separated" -> "Schemes(S)" [style=dotted, kind="classifier_leg", id="arr.clf.schemes_separated"];
  "Schemes.Smooth" -> "Schemes(S)" [style=dotted, kind="classifier_leg", id="arr.clf.schemes_smooth"];
  "Schemes.Unramified" -> "Schemes(S)" [style=dotted, kind="classifier_leg", id="arr.clf.schemes_unramified"];
  "Sets.Finite" -> Sets [style=dotted, kind="classifier_leg", id="arr.clf.sets.finite"];
  "Sets.Graded" -> Sets [style=dotted, kind="classifier_leg", id="arr.clf.sets.graded"];
  "Sets.Countable" -> Sets [style=dotted, kind="classifier_leg", id="arr.clf.sets_countable"];
  "Sets.Infinite" -> Sets [style=dotted, kind="classifier_leg", id="arr.clf.sets_infinite"];
  "Sets.Uncountable" -> Sets [style=dotted, kind="classifier_leg", id="arr.clf.sets_uncountable"];
  "AbelianGroups = Groups.Commutative" -> "Groups = Magmas.Associative.Unital.Inverse" [kind="full_inclusion", id="arr.dot.abeliangroups__groups"];
  "AdditiveAbelianGroups = AdditiveGroups.Commutative" -> "AdditiveGroups = Magmas.Additive.Associative.Unital.Inverse" [kind="full_inclusion", id="arr.dot.additiveabeliangroups__additivegroups"];
  "AdditiveGroups = Magmas.Additive.Associative.Unital.Inverse" -> "AdditiveMonoids = Magmas.Additive.Associative.Unital" [kind="full_inclusion", id="arr.dot.additivegroups__additivemonoids"];
  "AdditiveMonoids = Magmas.Additive.Associative.Unital" -> "AdditiveSemigroups = Magmas.Additive.Associative" [kind="full_inclusion", id="arr.dot.additivemonoids__additivesemigroups"];
  "AdditiveSemigroups = Magmas.Additive.Associative" -> "Magmas.Additive" [kind="full_inclusion", id="arr.dot.additivesemigroups__magmas_additive"];
  AlgebraicSpaces -> "Schemes(S)" [kind="forgetful", id="arr.dot.algebraicspaces__schemes"];
  AlgebraicStacks -> Stacks [kind="forgetful", id="arr.dot.algebraicstacks__stacks"];
  "Algebras(R)" -> Magmas [kind="forgetful", id="arr.dot.algebras__magmas"];
  "AlgebrasOverField = Algebras.OverField" -> "Algebras(R)" [kind="full_inclusion", id="arr.dot.algebrasoverfield__algebras"];
  "AlgebrasOverField = Algebras.OverField" -> "VectorSpaces(K) = Modules.OverField" [kind="full_inclusion", id="arr.dot.algebrasoverfield__vectorspaces"];
  "Arr(−)" -> CatObject [color="#6a1b9a", kind="construction", id="arr.dot.arr__catobject"];
  ArtinStacks -> AlgebraicStacks [kind="forgetful", id="arr.dot.artinstacks__algebraicstacks"];
  "AssociativeAlgebras = Algebras.Associative" -> "Algebras(R)" [kind="full_inclusion", id="arr.dot.associativealgebras__algebras"];
  "Bialgebras(R)" -> "Coalgebras(R)" [kind="forgetful", id="arr.dot.bialgebras__coalgebras"];
  "Bialgebras(R)" -> "UnitalAlgebras = Algebras.Associative.Unital" [kind="forgetful", id="arr.dot.bialgebras__unitalalgebras"];
  Bicategories -> CatObject [kind="forgetful", id="arr.dot.bicategories__catobject"];
  "Bimodules(R,S)" -> "LeftModules(R)" [kind="forgetful", id="arr.dot.bimodules__leftmodules"];
  "Bimodules(R,S)" -> "RightModules(R)" [kind="forgetful", id="arr.dot.bimodules__rightmodules"];
  Cat_1 -> Cat_2 [kind="forgetful", id="arr.dot.cat_1__cat_2"];
  Cat_2 -> Bicategories [kind="forgetful", id="arr.dot.cat_2__bicategories"];
  "ChainComplexes(C)" -> "NonUnitalDGAs = Algebras.Differential" [kind="forgetful", id="arr.dot.chaincomplexes__nonunitaldgas"];
  ChowGroups -> "AbelianGroups = Groups.Commutative" [color="#6a1b9a", kind="construction", id="arr.dot.chowgroups__abeliangroups"];
  "C∞Algebras(R)" -> "CommAlgebras = UnitalAlgebras.Commutative" [kind="forgetful", id="arr.dot.cinftyalgebras__commalgebras"];
  ClassifyingStacks -> QuotientStacks [kind="forgetful", id="arr.dot.classifyingstacks__quotientstacks"];
  "CliffordAlgebras(R)" -> "UnitalAlgebras = Algebras.Associative.Unital" [kind="forgetful", id="arr.dot.cliffordalgebras__unitalalgebras"];
  "CochainComplexes(C)" -> "NonUnitalDGAs = Algebras.Differential" [kind="forgetful", id="arr.dot.cochaincomplexes__nonunitaldgas"];
  "Coh(X)" -> "Mod(O_X)" [kind="forgetful", id="arr.dot.coh__mod"];
  CohomologyRings -> Homology [color="#6a1b9a", kind="construction", id="arr.dot.cohomologyrings__homology"];
  CohomologyRings -> Rings [color="#6a1b9a", kind="construction", id="arr.dot.cohomologyrings__rings"];
  Comma -> CatObject [color="#6a1b9a", kind="construction", id="arr.dot.comma__catobject"];
  "CommAlgebras = UnitalAlgebras.Commutative" -> "CommRings = Rings.Commutative" [kind="full_inclusion", id="arr.dot.commalgebras__commrings"];
  "CommAlgebras = UnitalAlgebras.Commutative" -> "UnitalAlgebras = Algebras.Associative.Unital" [kind="full_inclusion", id="arr.dot.commalgebras__unitalalgebras"];
  "CompleteIntersections(K)" -> "Varieties(K) = Schemes.Integral.Separated.FiniteType" [kind="forgetful", id="arr.dot.completeintersections__varieties"];
  Cones -> TopologicalSpaces [kind="forgetful", id="arr.dot.cones__topologicalspaces"];
  Coslices -> Comma [color="#6a1b9a", kind="construction", id="arr.dot.coslices__comma"];
  "CountableInfiniteSets = Sets.Countable.Infinite" -> "Sets.Countable" [kind="pullback_projection", id="arr.dot.countableinfinitesets__sets_countable"];
  "CountableInfiniteSets = Sets.Countable.Infinite" -> "Sets.Infinite" [kind="pullback_projection", id="arr.dot.countableinfinitesets__sets_infinite"];
  CoxeterGroups -> "Groups = Magmas.Associative.Unital.Inverse" [kind="forgetful", id="arr.dot.coxetergroups__groups"];
  "Curves(K) = Schemes.RelativeDimension(1)" -> "Varieties(K) = Schemes.Integral.Separated.FiniteType" [kind="full_inclusion", id="arr.dot.curves__varieties"];
  Cycles -> "AbelianGroups = Groups.Commutative" [color="#6a1b9a", kind="construction", id="arr.dot.cycles__abeliangroups"];
  DeligneMumfordStacks -> AlgebraicStacks [kind="forgetful", id="arr.dot.delignemumfordstacks__algebraicstacks"];
  DeligneMumfordStacks -> ArtinStacks [kind="forgetful", id="arr.dot.delignemumfordstacks__artinstacks"];
  DeRhamCohomologyRings -> CohomologyRings [color="#6a1b9a", kind="construction", id="arr.dot.derhamcohomologyrings__cohomologyrings"];
  DeRhamComplexes -> "CochainComplexes(C)" [kind="forgetful", id="arr.dot.derhamcomplexes__cochaincomplexes"];
  DeRhamComplexes -> DiffFormModules [color="#6a1b9a", kind="construction", id="arr.dot.derhamcomplexes__diffformmodules"];
  DescentData -> FibredCategories [color="#6a1b9a", kind="construction", id="arr.dot.descentdata__fibredcategories"];
  "DGAs = UnitalAlgebras.Differential" -> "Algebras(R).Graded" [kind="pullback_projection", id="arr.dot.dgas__algebras_graded"];
  "DGAs = UnitalAlgebras.Differential" -> "NonUnitalDGAs = Algebras.Differential" [kind="full_inclusion", id="arr.dot.dgas__nonunitaldgas"];
  "DGAs = UnitalAlgebras.Differential" -> "UnitalAlgebras = Algebras.Associative.Unital" [kind="full_inclusion", id="arr.dot.dgas__unitalalgebras"];
  DiagramCategories -> FunctorCategories [color="#6a1b9a", kind="construction", id="arr.dot.diagramcategories__functorcategories"];
  DiffFormModules -> "Modules(R)" [color="#6a1b9a", kind="construction", id="arr.dot.diffformmodules__modules"];
  DiffFormModules -> "Sets.Graded" [color="#6a1b9a", kind="construction", id="arr.dot.diffformmodules__sets_graded"];
  "DiscBil = ∫Bil.Symmetric.Nondegenerate.Finite" -> "∫Bil_R(W)" [kind="full_inclusion", id="arr.dot.discbil__int_bil_r"];
  "DiscBil = ∫Bil.Symmetric.Nondegenerate.Finite" -> "Sets.Finite" [kind="pullback_projection", id="arr.dot.discbil__sets_finite"];
  "DiscQuad = ∫Quad.Nondegenerate" -> "∫Quad_R(W)" [kind="full_inclusion", id="arr.dot.discquad__int_quad_r"];
  Div -> "AbelianGroups = Groups.Commutative" [color="#6a1b9a", kind="construction", id="arr.dot.div__abeliangroups"];
  "DivisionRings = Rings.Division" -> "Domains = Rings.Domain" [kind="full_inclusion", id="arr.dot.divisionrings__domains"];
  "DivisionRings = Rings.Division" -> Rings [kind="full_inclusion", id="arr.dot.divisionrings__rings"];
  DualObjects -> "TensorProducts = CatObject.Monoidal" [kind="forgetful", id="arr.dot.dualobjects__tensorproducts"];
  "EuclideanDomains = Rings.Commutative.Euclidean" -> "PIDs = Rings.Commutative.PID" [kind="full_inclusion", id="arr.dot.euclideandomains__pids"];
  "ExteriorAlgebras(R)" -> "Algebras(R).Graded" [kind="pullback_projection", id="arr.dot.exterioralgebras__algebras_graded"];
  "ExteriorAlgebras(R)" -> "UnitalAlgebras = Algebras.Associative.Unital" [kind="forgetful", id="arr.dot.exterioralgebras__unitalalgebras"];
  Fans -> Cones [kind="forgetful", id="arr.dot.fans__cones"];
  FibredCategories -> Cat_1 [color="#6a1b9a", kind="construction", id="arr.dot.fibredcategories__cat_1"];
  Fields -> "DivisionRings = Rings.Division" [kind="forgetful", id="arr.dot.fields__divisionrings"];
  Fields -> "EuclideanDomains = Rings.Commutative.Euclidean" [kind="forgetful", id="arr.dot.fields__euclideandomains"];
  "FinitelyGeneratedGroups = Magmas.Associative.Unital.Inverse.FinitelyGenerated" -> "Groups = Magmas.Associative.Unital.Inverse" [kind="full_inclusion", id="arr.dot.finitelygeneratedgroups__groups"];
  "FinitelyGeneratedModules = Modules.FinitelyGenerated" -> "Modules(R)" [kind="full_inclusion", id="arr.dot.finitelygeneratedmodules__modules"];
  "FinitelyPresentedModules = Modules.FinitelyPresented" -> "FinitelyGeneratedModules = Modules.FinitelyGenerated" [kind="full_inclusion", id="arr.dot.finitelypresentedmodules__finitelygeneratedmodules"];
  "FiniteRankModules = Modules.FiniteRank" -> "Modules(R)" [kind="full_inclusion", id="arr.dot.finiterankmodules__modules"];
  "FreeModules = Modules.Free" -> "Modules(R)" [kind="full_inclusion", id="arr.dot.freemodules__modules"];
  "FreeModules = Modules.Free" -> "ProjectiveModules = Modules.Projective" [kind="full_inclusion", id="arr.dot.freemodules__projectivemodules"];
  FunctorCategories -> HomCategories [color="#6a1b9a", kind="construction", id="arr.dot.functorcategories__homcategories"];
  "G-Objects(G)" -> CatObject [kind="forgetful", id="arr.dot.g_objects__catobject"];
  "G-Objects(G)" -> "Groups = Magmas.Associative.Unital.Inverse" [kind="forgetful", id="arr.dot.g_objects__groups"];
  "GCDDomains = Rings.Commutative.GCDDomain" -> "IntegralDomains = Domains.Commutative" [kind="full_inclusion", id="arr.dot.gcddomains__integraldomains"];
  Genera -> "Sets.Finite" [color="#6a1b9a", kind="construction", id="arr.dot.genera__sets_finite"];
  Graphs -> CatObject [kind="forgetful", id="arr.dot.graphs__catobject"];
  GroupoidObjects -> CatObject [color="#6a1b9a", kind="construction", id="arr.dot.groupoidobjects__catobject"];
  GroupoidObjects -> Groupoids [color="#6a1b9a", kind="construction", id="arr.dot.groupoidobjects__groupoids"];
  Groupoids -> Cat_1 [kind="forgetful", id="arr.dot.groupoids__cat_1"];
  HodgeStructures -> "AdditiveAbelianGroups = AdditiveGroups.Commutative" [kind="forgetful", id="arr.dot.hodgestructures__additiveabeliangroups"];
  HomCategories -> CatObject [color="#6a1b9a", kind="construction", id="arr.dot.homcategories__catobject"];
  Homology -> "DGAs = UnitalAlgebras.Differential" [kind="forgetful", id="arr.dot.homology__dgas"];
  Homology -> "Modules(R)" [kind="forgetful", id="arr.dot.homology__modules"];
  Homsets -> HomCategories [kind="forgetful", id="arr.dot.homsets__homcategories"];
  Homsets -> Sets [kind="forgetful", id="arr.dot.homsets__sets"];
  "Hypersurfaces(K)" -> "Varieties(K) = Schemes.Integral.Separated.FiniteType" [kind="forgetful", id="arr.dot.hypersurfaces__varieties"];
  IncidenceCategories -> Cat_1 [kind="forgetful", id="arr.dot.incidencecategories__cat_1"];
  "∫Bil_R(W)" -> "∫Hom_R(−,W)" [kind="forgetful", id="arr.dot.int_bil_r__int_hom_r"];
  "∫Herm_R(W)" -> "∫Hom_R(−,W)" [kind="forgetful", id="arr.dot.int_herm_r__int_hom_r"];
  "∫Hom_R(−,W)" -> "Modules(R)" [kind="forgetful", id="arr.dot.int_hom_r__modules"];
  "∫Quad_R(W)" -> "∫Hom_R(−,W)" [kind="forgetful", id="arr.dot.int_quad_r__int_hom_r"];
  "IntegralDomains = Domains.Commutative" -> "CommRings = Rings.Commutative" [kind="full_inclusion", id="arr.dot.integraldomains__commrings"];
  "IntegralDomains = Domains.Commutative" -> "Domains = Rings.Domain" [kind="full_inclusion", id="arr.dot.integraldomains__domains"];
  IsometryGroups -> LatticeHomsets [color="#6a1b9a", kind="construction", id="arr.dot.isometrygroups__latticehomsets"];
  IsometryGroups -> OrthogonalGroups [color="#6a1b9a", kind="construction", id="arr.dot.isometrygroups__orthogonalgroups"];
  IsomorphicObjects -> "Arr(−)" [color="#6a1b9a", kind="construction", id="arr.dot.isomorphicobjects__arr"];
  "Lat_R = ∫Bil_R(R).Symmetric.Nondegenerate" -> "∫Bil_R(W)" [kind="full_inclusion", id="arr.dot.lat_r__int_bil_r"];
  "Lat_R = ∫Bil_R(R).Symmetric.Nondegenerate" -> "ProjectiveModules = Modules.Projective" [kind="full_inclusion", id="arr.dot.lat_r__projectivemodules"];
  LatticeHomsets -> Homsets [kind="forgetful", id="arr.dot.latticehomsets__homsets"];
  LatticeHomsets -> "Lat_R = ∫Bil_R(R).Symmetric.Nondegenerate" [kind="forgetful", id="arr.dot.latticehomsets__lat_r"];
  LatticePolytopes -> Polyhedra [kind="forgetful", id="arr.dot.latticepolytopes__polyhedra"];
  LocallyRingedSpaces -> RingedSpaces [kind="forgetful", id="arr.dot.locallyringedspaces__ringedspaces"];
  Manifolds -> RingedSpaces [kind="forgetful", id="arr.dot.manifolds__ringedspaces"];
  Manifolds -> TopologicalSpaces [kind="forgetful", id="arr.dot.manifolds__topologicalspaces"];
  "Manifolds.Smooth" -> "Varieties(K) = Schemes.Integral.Separated.FiniteType" [color="#6a1b9a", kind="construction", id="arr.dot.manifolds_smooth__varieties"];
  MetricSpaces -> TopologicalSpaces [kind="forgetful", id="arr.dot.metricspaces__topologicalspaces"];
  "Mod(O_X)" -> "Modules(R)" [kind="forgetful", id="arr.dot.mod__modules"];
  "Mod(O_X)" -> RingedSites [kind="forgetful", id="arr.dot.mod__ringedsites"];
  "Mod(O_X)" -> RingedSpaces [kind="forgetful", id="arr.dot.mod__ringedspaces"];
  "Modules(R)" -> "AdditiveAbelianGroups = AdditiveGroups.Commutative" [kind="forgetful", id="arr.dot.modules__additiveabeliangroups"];
  "ModulesWithBasis = Bimodules(R,R).WithBasis" -> "FreeModules = Modules.Free" [kind="full_inclusion", id="arr.dot.moduleswithbasis__freemodules"];
  "ModulesWithGenerators = Modules.WithGenerators" -> "Modules(R)" [kind="full_inclusion", id="arr.dot.moduleswithgenerators__modules"];
  "NoetherianCommRings = Rings.Commutative.Noetherian" -> "CommRings = Rings.Commutative" [kind="full_inclusion", id="arr.dot.noetheriancommrings__commrings"];
  "NonUnitalDGAs = Algebras.Differential" -> "Algebras(R)" [kind="full_inclusion", id="arr.dot.nonunitaldgas__algebras"];
  "NonUnitalDGAs = Algebras.Differential" -> "Algebras(R).Graded" [kind="pullback_projection", id="arr.dot.nonunitaldgas__algebras_graded"];
  NS -> "AbelianGroups = Groups.Commutative" [color="#6a1b9a", kind="construction", id="arr.dot.ns__abeliangroups"];
  NS -> "Lat_R = ∫Bil_R(R).Symmetric.Nondegenerate" [color="#6a1b9a", kind="construction", id="arr.dot.ns__lat_r"];
  "(−)^op" -> CatObject [color="#6a1b9a", kind="construction", id="arr.dot.op__catobject"];
  OrthogonalGroups -> "Groups = Magmas.Associative.Unital.Inverse" [color="#6a1b9a", kind="construction", id="arr.dot.orthogonalgroups__groups"];
  OrthogonalGroups -> "∫Bil_R(W)" [color="#6a1b9a", kind="construction", id="arr.dot.orthogonalgroups__int_bil_r"];
  Pic -> "AbelianGroups = Groups.Commutative" [color="#6a1b9a", kind="construction", id="arr.dot.pic__abeliangroups"];
  "PIDs = Rings.Commutative.PID" -> "UFDs = Rings.Commutative.UFD" [kind="full_inclusion", id="arr.dot.pids__ufds"];
  Polyhedra -> TopologicalSpaces [kind="forgetful", id="arr.dot.polyhedra__topologicalspaces"];
  Posets -> "CatObject.Thin" [kind="pullback_projection", id="arr.dot.posets__catobject_thin"];
  Presheaves -> FunctorCategories [kind="forgetful", id="arr.dot.presheaves__functorcategories"];
  Prestacks -> FibredCategories [kind="forgetful", id="arr.dot.prestacks__fibredcategories"];
  "ProjectiveModules = Modules.Projective" -> "Modules(R)" [kind="full_inclusion", id="arr.dot.projectivemodules__modules"];
  "QCoh(X)" -> "Mod(O_X)" [kind="forgetful", id="arr.dot.qcoh__mod"];
  Quotients -> Coslices [color="#6a1b9a", kind="construction", id="arr.dot.quotients__coslices"];
  QuotientStacks -> AlgebraicStacks [kind="forgetful", id="arr.dot.quotientstacks__algebraicstacks"];
  QuotientStacks -> "G-Objects(G)" [kind="forgetful", id="arr.dot.quotientstacks__g_objects"];
  QuotientStacks -> GroupoidObjects [kind="forgetful", id="arr.dot.quotientstacks__groupoidobjects"];
  ReflectionGroups -> "Groups = Magmas.Associative.Unital.Inverse" [kind="forgetful", id="arr.dot.reflectiongroups__groups"];
  "RightModules(R)" -> "AdditiveAbelianGroups = AdditiveGroups.Commutative" [kind="forgetful", id="arr.dot.rightmodules__additiveabeliangroups"];
  RingedSites -> Sites [kind="forgetful", id="arr.dot.ringedsites__sites"];
  RingedSpaces -> TopologicalSpaces [kind="forgetful", id="arr.dot.ringedspaces__topologicalspaces"];
  RingedTopoi -> Topoi [kind="forgetful", id="arr.dot.ringedtopoi__topoi"];
  Rings -> Rngs [kind="forgetful", id="arr.dot.rings__rngs"];
  Rings -> Semirings [kind="forgetful", id="arr.dot.rings__semirings"];
  Rngs -> "AdditiveAbelianGroups = AdditiveGroups.Commutative" [kind="forgetful", id="arr.dot.rngs__additiveabeliangroups"];
  Rngs -> "Semigroups = Magmas.Associative" [kind="forgetful", id="arr.dot.rngs__semigroups"];
  RootLattices -> "Lat_R = ∫Bil_R(R).Symmetric.Nondegenerate" [kind="forgetful", id="arr.dot.rootlattices__lat_r"];
  RootSystems -> Cones [kind="forgetful", id="arr.dot.rootsystems__cones"];
  "Schemes(S)" -> AlgebraicStacks [kind="forgetful", id="arr.dot.schemes__algebraicstacks"];
  "Schemes(S)" -> LocallyRingedSpaces [kind="forgetful", id="arr.dot.schemes__locallyringedspaces"];
  Semirings -> "AdditiveMonoids = Magmas.Additive.Associative.Unital" [kind="forgetful", id="arr.dot.semirings__additivemonoids"];
  Semirings -> "Monoids = Magmas.Associative.Unital" [kind="forgetful", id="arr.dot.semirings__monoids"];
  Sheaves -> Presheaves [kind="forgetful", id="arr.dot.sheaves__presheaves"];
  Sites -> Cat_1 [kind="forgetful", id="arr.dot.sites__cat_1"];
  Slices -> Comma [color="#6a1b9a", kind="construction", id="arr.dot.slices__comma"];
  SpecializationPosets -> Posets [kind="forgetful", id="arr.dot.specializationposets__posets"];
  StableGraphs -> Graphs [kind="forgetful", id="arr.dot.stablegraphs__graphs"];
  StableGraphs -> StratifiedSpaces [kind="forgetful", id="arr.dot.stablegraphs__stratifiedspaces"];
  Stacks -> Prestacks [kind="forgetful", id="arr.dot.stacks__prestacks"];
  StratifiedSpaces -> DeligneMumfordStacks [kind="forgetful", id="arr.dot.stratifiedspaces__delignemumfordstacks"];
  StratifiedSpaces -> SpecializationPosets [color="#6a1b9a", kind="construction", id="arr.dot.stratifiedspaces__specializationposets"];
  StratifiedSpaces -> TopologicalSpaces [kind="forgetful", id="arr.dot.stratifiedspaces__topologicalspaces"];
  Subobjects -> Slices [color="#6a1b9a", kind="construction", id="arr.dot.subobjects__slices"];
  Subquotients -> Quotients [color="#6a1b9a", kind="construction", id="arr.dot.subquotients__quotients"];
  Subquotients -> Subobjects [color="#6a1b9a", kind="construction", id="arr.dot.subquotients__subobjects"];
  "Surfaces(K) = Schemes.RelativeDimension(2)" -> "Varieties(K) = Schemes.Integral.Separated.FiniteType" [kind="full_inclusion", id="arr.dot.surfaces__varieties"];
  "SymmetricAlgebras(R)" -> "CommAlgebras = UnitalAlgebras.Commutative" [kind="forgetful", id="arr.dot.symmetricalgebras__commalgebras"];
  "TensorAlgebras(R)" -> "UnitalAlgebras = Algebras.Associative.Unital" [kind="forgetful", id="arr.dot.tensoralgebras__unitalalgebras"];
  TensorFieldModules -> "C∞Algebras(R)" [color="#6a1b9a", kind="construction", id="arr.dot.tensorfieldmodules__cinftyalgebras"];
  TensorFieldModules -> "Modules(R)" [color="#6a1b9a", kind="construction", id="arr.dot.tensorfieldmodules__modules"];
  "TensorProducts = CatObject.Monoidal" -> CatObject [kind="full_inclusion", id="arr.dot.tensorproducts__catobject"];
  Topoi -> Sheaves [kind="forgetful", id="arr.dot.topoi__sheaves"];
  TopologicalSpaces -> Sets [kind="forgetful", id="arr.dot.topologicalspaces__sets"];
  "ToricVarieties(K)" -> "Varieties(K) = Schemes.Integral.Separated.FiniteType" [kind="forgetful", id="arr.dot.toricvarieties__varieties"];
  Torsors -> "G-Objects(G)" [color="#6a1b9a", kind="construction", id="arr.dot.torsors__g_objects"];
  "UFDs = Rings.Commutative.UFD" -> "GCDDomains = Rings.Commutative.GCDDomain" [kind="full_inclusion", id="arr.dot.ufds__gcddomains"];
  "UnitalAlgebras = Algebras.Associative.Unital" -> "AssociativeAlgebras = Algebras.Associative" [kind="full_inclusion", id="arr.dot.unitalalgebras__associativealgebras"];
  "Varieties(K) = Schemes.Integral.Separated.FiniteType" -> "Schemes(S)" [kind="full_inclusion", id="arr.dot.varieties__schemes"];
  VectorFieldModules -> "C∞Algebras(R)" [color="#6a1b9a", kind="construction", id="arr.dot.vectorfieldmodules__cinftyalgebras"];
  VectorFieldModules -> "Modules(R)" [color="#6a1b9a", kind="construction", id="arr.dot.vectorfieldmodules__modules"];
  "VectorSpaces(K) = Modules.OverField" -> "Modules(R)" [kind="full_inclusion", id="arr.dot.vectorspaces__modules"];
  "VectorSpacesWithBasis = VectorSpaces.WithBasis" -> "ModulesWithBasis = Bimodules(R,R).WithBasis" [kind="full_inclusion", id="arr.dot.vectorspaceswithbasis__moduleswithbasis"];
  "VectorSpacesWithBasis = VectorSpaces.WithBasis" -> "VectorSpaces(K) = Modules.OverField" [kind="full_inclusion", id="arr.dot.vectorspaceswithbasis__vectorspaces"];
  WeylGroups -> ReflectionGroups [kind="forgetful", id="arr.dot.weylgroups__reflectiongroups"];
  Magmas -> Sets [kind="forgetful", id="arr.fun.magmas_to_sets"];
  Sets -> CatObject [kind="forgetful", id="arr.fun.sets_to_cat_object"];
  Fields -> Rings [kind="full_inclusion", id="arr.incl.fields_to_rings"];
  "Groups = Magmas.Associative.Unital.Inverse" -> "Monoids = Magmas.Associative.Unital" [kind="full_inclusion", id="arr.incl.groups_to_monoids"];
  "Monoids = Magmas.Associative.Unital" -> "Semigroups = Magmas.Associative" [kind="full_inclusion", id="arr.incl.monoids_to_semigroups"];
  "Semigroups = Magmas.Associative" -> Magmas [kind="full_inclusion", id="arr.incl.semigroups_to_magmas"];
  WeylGroups -> CoxeterGroups [kind="full_inclusion", id="arr.incl.weyl_to_coxeter"];
  "Algebras(R)" -> Rings [style=dashed,color="#e65100", kind="parameter_dependency", id="arr.param.algebras_r_base_ring"];
  "Modules(R)" -> Rings [style=dashed,color="#e65100", kind="parameter_dependency", id="arr.param.modules_r_base_ring"];
  "VectorSpaces(K) = Modules.OverField" -> Fields [style=dashed,color="#e65100", kind="parameter_dependency", id="arr.param.vector_spaces_field"];
  "CommRings = Rings.Commutative" -> Rings [kind="pullback_projection", id="arr.pb.comm_rings_to_rings"];
  "FiniteFields = Fields.Finite" -> Fields [kind="pullback_projection", id="arr.pb.finite_fields_to_fields"];
  "FiniteFields = Fields.Finite" -> "Sets.Finite" [kind="pullback_projection", id="arr.pb.finite_fields_to_sets_finite"];
  "FiniteRings = Rings.Finite" -> Rings [kind="pullback_projection", id="arr.pb.finite_rings_to_rings"];
  "FiniteRings = Rings.Finite" -> "Sets.Finite" [kind="pullback_projection", id="arr.pb.finite_rings_to_sets_finite"];
  "Lat.Hyperbolic" -> "Lat.Indefinite" [style=dashed, kind="theorem_inclusion", id="arr.thm.lat_hyperbolic_implies_indefinite"];
  "Lat.NegativeDefinite" -> "Lat.Definite" [style=dashed, kind="theorem_inclusion", id="arr.thm.lat_negative_definite"];
  "Lat.PositiveDefinite" -> "Lat.Definite" [style=dashed, kind="theorem_inclusion", id="arr.thm.lat_positive_definite"];
  "Sets.Finite" -> "Sets.Countable" [style=dashed, kind="theorem_inclusion", id="arr.thm.sets_finite_implies_countable"];
  "Sets.Uncountable" -> "Sets.Infinite" [style=dashed, kind="theorem_inclusion", id="arr.thm.sets_uncountable_implies_infinite"];
  "AdditiveGroups = Magmas.Additive.Associative.Unital.Inverse" -> "Magmas.Additive" [kind="forgetful", id="fun.additive_groups_to_additive_magmas"];
  "Algebras(R)" -> "Modules(R)" [kind="forgetful", id="fun.algebras_to_modules"];
  "Algebras(R)" -> Sets [kind="forgetful", id="fun.algebras_to_sets"];
  "Bialgebras(R)" -> "Algebras(R)" [kind="forgetful", id="fun.bialgebras_to_algebras"];
  "Coalgebras(R)" -> "Modules(R)" [kind="forgetful", id="fun.coalgebras_to_modules"];
  "Domains = Rings.Domain" -> Rings [kind="full_inclusion", id="fun.domains_to_rings"];
  Fields -> Sets [kind="forgetful", id="fun.fields_to_sets"];
  "Groups = Magmas.Associative.Unital.Inverse" -> Magmas [kind="forgetful", id="fun.groups_to_magmas"];
  "HopfAlgebras(R)" -> "Bialgebras(R)" [kind="forgetful", id="fun.hopf_to_bialgebras"];
  "IntegralDomains = Domains.Commutative" -> Fields [kind="forgetful", id="fun.integral_domains_to_fields"];
  "LieAlgebras(R)" -> "Algebras(R)" [kind="forgetful", id="fun.lie_to_algebras"];
  Manifolds -> Sets [kind="forgetful", id="fun.manifolds_to_sets"];
  MetricSpaces -> Sets [kind="forgetful", id="fun.metricspaces_to_sets"];
  "Modules(R)" -> Sets [kind="forgetful", id="fun.modules_to_sets"];
  Posets -> Sets [kind="forgetful", id="fun.posets_to_sets"];
  Rings -> Magmas [kind="forgetful", id="fun.rings_to_multiplicative_magmas"];
  Rings -> Sets [kind="forgetful", id="fun.rings_to_sets"];
  "UnitalAlgebras = Algebras.Associative.Unital" -> Magmas [kind="forgetful", id="fun.unital_algebras_to_magmas"];
  "Magmas.Additive" -> Magmas [kind="full_inclusion", id="arr.incl.additive_magmas_to_magmas"];
  "AdditiveGroups = Magmas.Additive.Associative.Unital.Inverse" -> Magmas [kind="forgetful", id="fun.additive_groups_to_magmas"];
  "Bimodules(R,R)" -> "Bimodules(R,S)" [kind="full_inclusion", id="arr.dot.bimodulesdiagonal__bimodules"];
  "Algebras(R)" -> "Bimodules(R,R)" [kind="forgetful", id="fun.algebras_to_bimodules"];
  "Bimodules(K,K) = Bimodules(R,R).OverField" -> "Bimodules(R,R)" [kind="full_inclusion", id="arr.dot.bimodulesfield__bimodulesdiagonal"];
  "VectorSpaces(K) = Modules.OverField" -> "Bimodules(K,K) = Bimodules(R,R).OverField" [kind="full_inclusion", id="fun.vectorspaces_central_section"];
  "AlgebrasOverField = Algebras.OverField" -> "Bimodules(K,K) = Bimodules(R,R).OverField" [kind="forgetful", id="fun.algebras_over_field_to_bimodules"];
  Sets -> "Monoids = Magmas.Associative.Unital" [kind="left_adjoint", id="fun.free.monoid"];
  Sets -> "Groups = Magmas.Associative.Unital.Inverse" [kind="left_adjoint", id="fun.free.group"];
  Sets -> "AdditiveAbelianGroups = AdditiveGroups.Commutative" [kind="left_adjoint", id="fun.free.abelian_group"];
  Sets -> "Modules(R)" [kind="left_adjoint", id="fun.free.module_r"];
  "Modules(R)" -> "UnitalAlgebras = Algebras.Associative.Unital" [kind="left_adjoint", id="fun.tensor_algebra"];
  Sets -> "UnitalAlgebras = Algebras.Associative.Unital" [kind="left_adjoint", id="fun.free.associative_algebra_set"];
  "Modules(R)" -> "CommAlgebras = UnitalAlgebras.Commutative" [kind="left_adjoint", id="fun.symmetric_algebra"];
  Sets -> "CommAlgebras = UnitalAlgebras.Commutative" [kind="left_adjoint", id="fun.free.commutative_algebra_set"];
  "Monoids = Magmas.Associative.Unital" -> "Bialgebras(R)" [kind="left_adjoint", id="fun.monoid_algebra"];
  "Groups = Magmas.Associative.Unital.Inverse" -> "HopfAlgebras(R)" [kind="left_adjoint", id="fun.group_algebra"];
  "Bialgebras(R)" -> "Monoids = Magmas.Associative.Unital" [kind="right_adjoint", id="fun.grouplike_elements"];
  "HopfAlgebras(R)" -> "Groups = Magmas.Associative.Unital.Inverse" [kind="right_adjoint", id="fun.grouplike_elements_hopf"];
  "BiAct(R,S)" -> "Modules(R)" [kind="pullback_projection", id="arr.proj.biact__modules"];
  "BiAct(R,S)" -> "RightModules(R)" [kind="pullback_projection", id="arr.proj.biact__rightmodules"];
  "Bimodules(R,S)" -> "BiAct(R,S)" [style=dotted, kind="classifier_leg", id="arr.clf.biact.commutation"];
  "BasisFrame_n(R)" -> "GenFrame_n(R)" [kind="full_inclusion", id="arr.frame.basisframe__genframe"];
  "BasisFrame_n(R)" -> "Coord_n(R)" [kind="forgetful", id="arr.frame.basisframe__coord"];
  "GenFrame_n(R)" -> "Modules(R)" [kind="forgetful", id="arr.frame.genframe__modules"];
  "Coord_n(R)" -> "Modules(R)" [kind="forgetful", id="arr.frame.coord__modules"];
  "SymMat_n(R)" -> "Bil^coord_n(R) = Bil x^h_{R-Mod} Coord_n(R)" [color="#6a1b9a", kind="construction", id="fun.gram_n"];
  "Bil^coord_n(R) = Bil x^h_{R-Mod} Coord_n(R)" -> "∫Bil_R(W)" [kind="pullback_projection", id="arr.proj.bil_coord__int_bil"];
  "Bil^coord_n(R) = Bil x^h_{R-Mod} Coord_n(R)" -> "Coord_n(R)" [kind="pullback_projection", id="arr.proj.bil_coord__coord"];
  EmbeddedRootRealizations -> RootBasis_Gamma [kind="forgetful", id="arr.root.embedded__rootbasis_gamma"];
  RootBasis_Gamma -> RootBasis_S [kind="full_inclusion", id="arr.root.rootbasis_gamma__rootbasis_s"];
  RootBasis_S -> RootFrame_S [kind="full_inclusion", id="arr.root.rootbasis_s__rootframe_s"];
  RootFrame_S -> "Lat_R = ∫Bil_R(R).Symmetric.Nondegenerate" [kind="forgetful", id="arr.root.rootframe_s__lat"];
+   "CatObject.Preadditive" -> CatObject [style=dotted, kind="classifier_leg", id="arr.clf.catobject_preadditive"];
+   "CatObject.Additive" -> CatObject [style=dotted, kind="classifier_leg", id="arr.clf.catobject_additive"];
+   "CatObject.Abelian" -> CatObject [style=dotted, kind="classifier_leg", id="arr.clf.catobject_abelian"];
}
